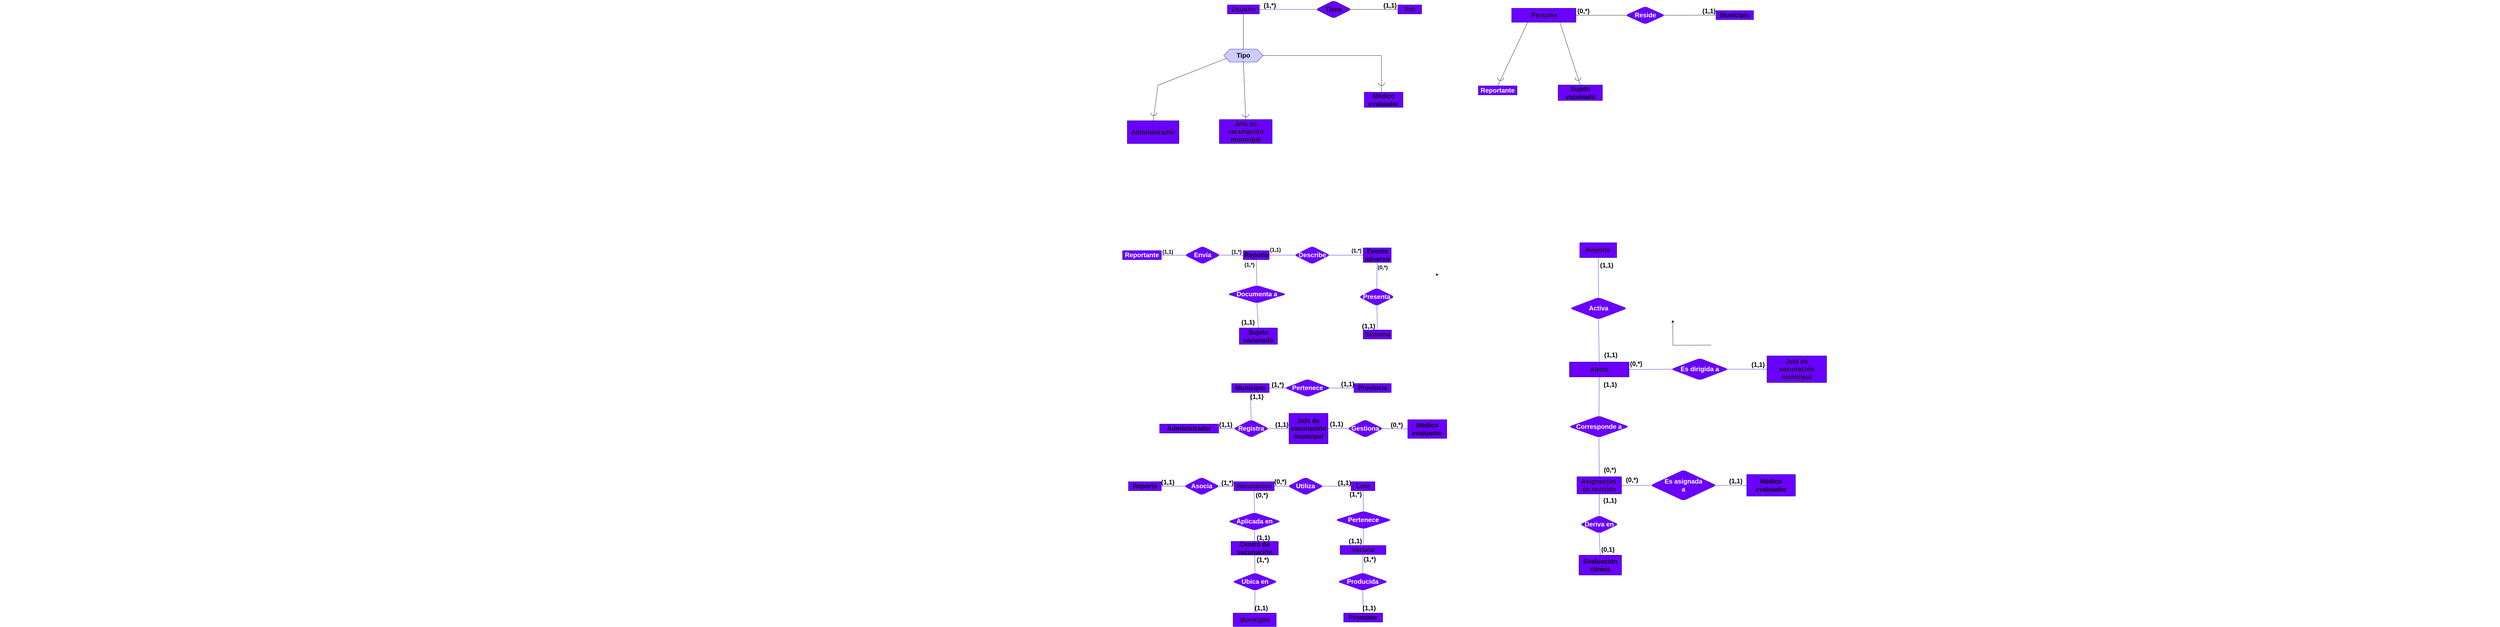
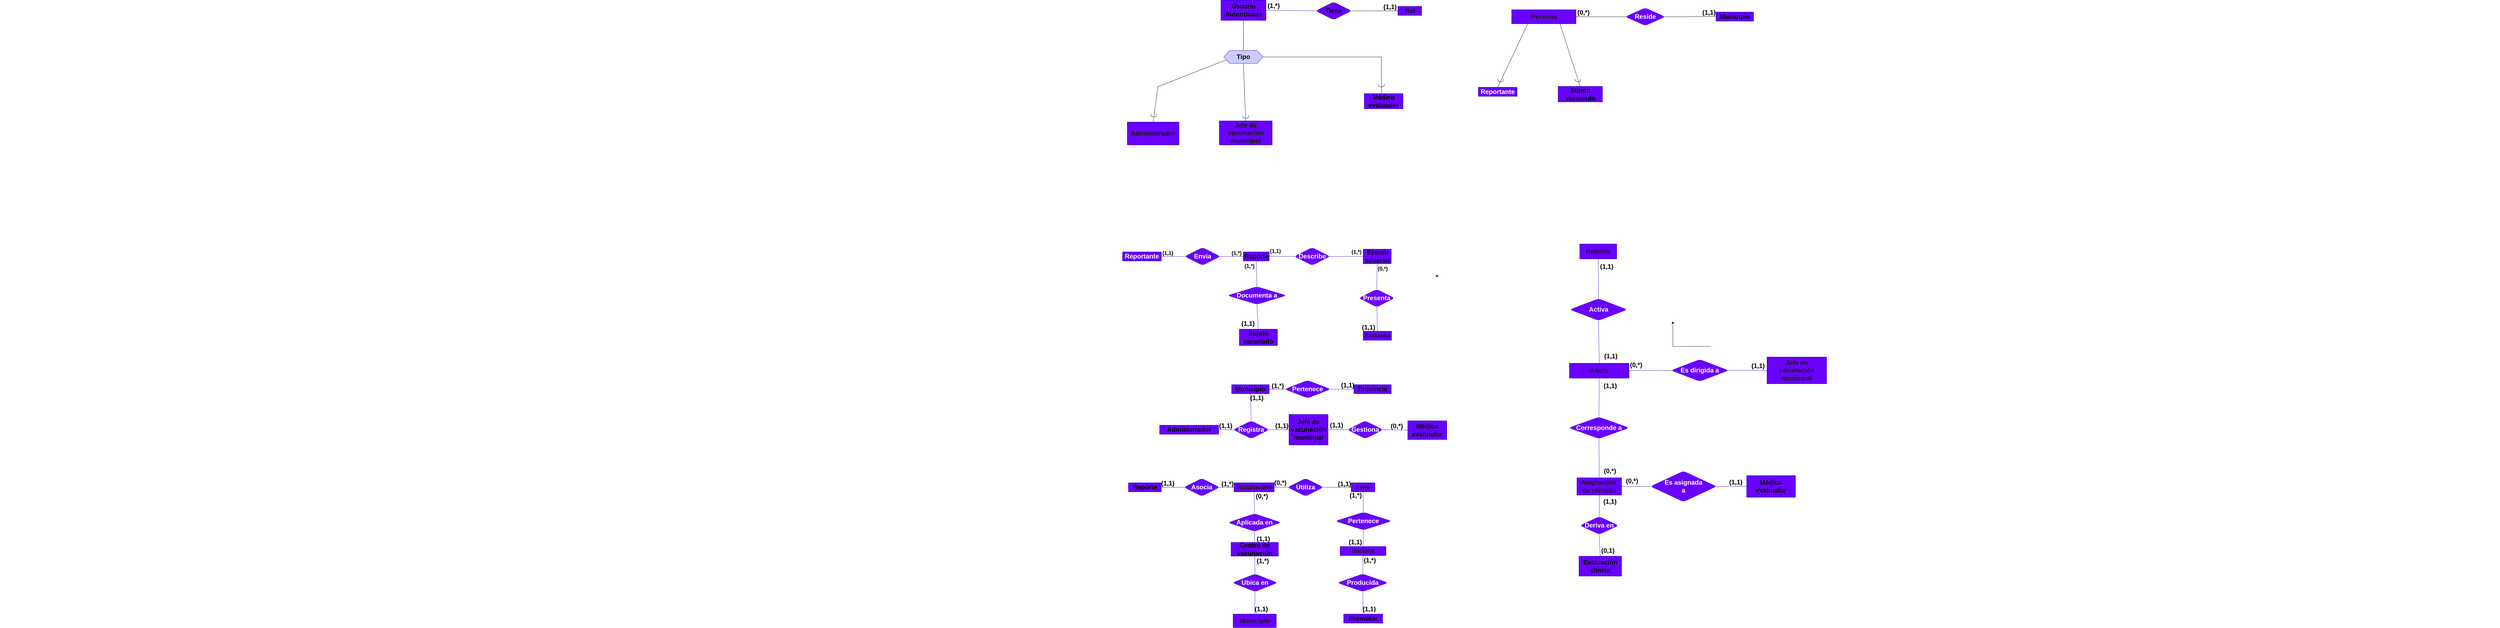
<mxfile host="app.diagrams.net">
  <diagram name="Página-1" id="q4GVCO8UXD6FJ1Z85d76">
-     <mxGraphModel dx="7470" dy="2215" grid="0" gridSize="10" guides="1" tooltips="1" connect="1" arrows="1" fold="1" page="0" pageScale="1" pageWidth="827" pageHeight="1169" background="light-dark(#FFFFFF,#FFFFFF)" math="0" shadow="0">
+     <mxGraphModel dx="4940" dy="567" grid="0" gridSize="10" guides="1" tooltips="1" connect="1" arrows="1" fold="1" page="0" pageScale="1" pageWidth="827" pageHeight="1169" background="light-dark(#FFFFFF,#FFFFFF)" math="0" shadow="0">
      <root>
        <mxCell id="0" />
        <mxCell id="1" parent="0" />
        <mxCell id="ZoV-l5UddqePi2X2jjai-56" edge="1" parent="1" style="curved=1;endArrow=none;html=1;rounded=1;strokeColor=light-dark(#000000,#1A1A1A);align=center;verticalAlign=middle;fontFamily=Helvetica;fontSize=22;fontColor=light-dark(#000000,#1A1A1A);labelBackgroundColor=default;edgeStyle=orthogonalEdgeStyle;endFill=0;" value="">
          <mxGeometry height="50" relative="1" width="50" as="geometry">
            <Array as="points">
              <mxPoint x="83" y="578" />
              <mxPoint x="103" y="578" />
            </Array>
            <mxPoint x="83" y="568" as="sourcePoint" />
            <mxPoint x="103" y="568" as="targetPoint" />
          </mxGeometry>
        </mxCell>
        <mxCell id="ZoV-l5UddqePi2X2jjai-67" edge="1" parent="1" style="curved=1;endArrow=none;html=1;rounded=1;strokeColor=light-dark(#000000,#1A1A1A);align=center;verticalAlign=middle;fontFamily=Helvetica;fontSize=22;fontColor=light-dark(#000000,#1A1A1A);labelBackgroundColor=default;edgeStyle=orthogonalEdgeStyle;endFill=0;" value="">
          <mxGeometry height="50" relative="1" width="50" as="geometry">
            <Array as="points">
              <mxPoint x="395.5" y="583" />
              <mxPoint x="415.5" y="583" />
            </Array>
            <mxPoint x="395.5" y="573" as="sourcePoint" />
            <mxPoint x="415.5" y="573" as="targetPoint" />
          </mxGeometry>
        </mxCell>
        <mxCell id="ZoV-l5UddqePi2X2jjai-68" parent="1" style="shape=partialRectangle;connectable=0;fillColor=none;top=0;left=0;bottom=0;right=0;fontStyle=1;overflow=hidden;whiteSpace=wrap;html=1;rounded=1;strokeColor=light-dark(#000000,#1A1A1A);fontColor=light-dark(#000000,#1A1A1A);fontSize=22;" vertex="1">
          <mxGeometry height="30" width="30" x="707" y="546" as="geometry">
            <mxRectangle height="30" width="30" as="alternateBounds" />
          </mxGeometry>
        </mxCell>
        <mxCell id="ZoV-l5UddqePi2X2jjai-122" edge="1" parent="1" style="curved=1;endArrow=none;html=1;rounded=1;strokeColor=light-dark(#000000,#1A1A1A);align=center;verticalAlign=middle;fontFamily=Helvetica;fontSize=22;fontColor=light-dark(#000000,#1A1A1A);labelBackgroundColor=default;edgeStyle=orthogonalEdgeStyle;endFill=0;" value="">
          <mxGeometry height="50" relative="1" width="50" as="geometry">
            <Array as="points">
              <mxPoint x="857" y="476" />
              <mxPoint x="877" y="476" />
            </Array>
            <mxPoint x="857" y="466" as="sourcePoint" />
            <mxPoint x="877" y="466" as="targetPoint" />
          </mxGeometry>
        </mxCell>
        <mxCell id="ZoV-l5UddqePi2X2jjai-123" parent="1" style="shape=partialRectangle;connectable=0;fillColor=none;top=0;left=0;bottom=0;right=0;fontStyle=1;overflow=hidden;whiteSpace=wrap;html=1;rounded=1;strokeColor=light-dark(#000000,#1A1A1A);fontColor=light-dark(#000000,#1A1A1A);fontSize=22;" vertex="1">
          <mxGeometry height="30" width="30" x="1007" y="546" as="geometry">
            <mxRectangle height="30" width="30" as="alternateBounds" />
          </mxGeometry>
        </mxCell>
        <mxCell id="ZoV-l5UddqePi2X2jjai-124" edge="1" parent="1" source="4O6CcrpGBc0LWCCIvtP0-47" style="edgeStyle=orthogonalEdgeStyle;shape=connector;curved=0;rounded=0;orthogonalLoop=1;jettySize=auto;html=1;strokeColor=light-dark(#000000,#1A1A1A);align=center;verticalAlign=middle;fontFamily=Helvetica;fontSize=22;fontColor=light-dark(#000000,#1A1A1A);labelBackgroundColor=default;endArrow=none;endFill=0;entryX=0.444;entryY=-0.002;entryDx=0;entryDy=0;exitX=1;exitY=0.5;exitDx=0;exitDy=0;entryPerimeter=0;" target="4Orc9EISLNSKvVOdQB4b-1866">
          <mxGeometry relative="1" as="geometry">
            <Array as="points">
              <mxPoint x="867" y="374" />
              <mxPoint x="867" y="499" />
            </Array>
            <mxPoint x="857" y="426" as="sourcePoint" />
            <mxPoint x="867" y="486" as="targetPoint" />
          </mxGeometry>
        </mxCell>
        <mxCell id="ZoV-l5UddqePi2X2jjai-125" edge="1" parent="1" source="ZoV-l5UddqePi2X2jjai-126" style="edgeStyle=none;curved=1;rounded=0;orthogonalLoop=1;jettySize=auto;html=1;entryX=0;entryY=0.5;entryDx=0;entryDy=0;fontSize=12;startSize=8;endSize=8;endArrow=none;endFill=0;exitX=0.95;exitY=0.5;exitDx=0;exitDy=0;exitPerimeter=0;strokeColor=light-dark(#3700CC,#1A1A1A);fillColor=#6a00ff;" target="4Orc9EISLNSKvVOdQB4b-316">
          <mxGeometry relative="1" as="geometry">
            <mxPoint x="396.5" y="1053" as="targetPoint" />
          </mxGeometry>
        </mxCell>
        <mxCell id="ZoV-l5UddqePi2X2jjai-126" parent="1" style="shape=rhombus;perimeter=rhombusPerimeter;whiteSpace=wrap;html=1;align=center;rounded=1;shadow=0;verticalAlign=middle;fontFamily=Helvetica;fontSize=22;fontStyle=1;fillColor=light-dark(#6A00FF,#FFCC99);strokeColor=light-dark(#3700CC,#1A1A1A);points=[[0,0,0,0,0],[0,1,0,0,0],[0.04,0.5,0,0,0],[0.5,0,0,0,0],[0.5,1,0,0,0],[0.96,0.5,0,0,0],[1,0,0,0,0],[1,1,0,0,0]];fontColor=#ffffff;" value="Envía" vertex="1">
          <mxGeometry height="60" width="120" x="198.5" y="1023" as="geometry" />
        </mxCell>
        <mxCell id="ZoV-l5UddqePi2X2jjai-165" edge="1" parent="1" source="4Orc9EISLNSKvVOdQB4b-277" style="edgeStyle=none;curved=1;rounded=0;orthogonalLoop=1;jettySize=auto;html=1;exitX=1;exitY=0.5;exitDx=0;exitDy=0;entryX=0.04;entryY=0.5;entryDx=0;entryDy=0;entryPerimeter=0;fontSize=12;startSize=8;endSize=8;endArrow=none;endFill=0;strokeColor=light-dark(#3700CC,#1A1A1A);fillColor=#6a00ff;" target="ZoV-l5UddqePi2X2jjai-126">
          <mxGeometry relative="1" as="geometry">
            <mxPoint x="120.5" y="1053" as="sourcePoint" />
          </mxGeometry>
        </mxCell>
        <mxCell id="ZoV-l5UddqePi2X2jjai-166" parent="1" style="shape=rhombus;perimeter=rhombusPerimeter;whiteSpace=wrap;html=1;align=center;rounded=1;shadow=0;verticalAlign=middle;fontFamily=Helvetica;fontSize=22;fontStyle=1;fillColor=light-dark(#6A00FF,#FFCC99);strokeColor=light-dark(#3700CC,#1A1A1A);points=[[0,0,0,0,0],[0,1,0,0,0],[0.04,0.5,0,0,0],[0.5,0,0,0,0],[0.5,1,0,0,0],[0.96,0.5,0,0,0],[1,0,0,0,0],[1,1,0,0,0]];fontColor=#ffffff;" value="Describe" vertex="1">
          <mxGeometry height="60" width="120" x="571.5" y="1023" as="geometry" />
        </mxCell>
        <mxCell id="ZoV-l5UddqePi2X2jjai-167" edge="1" parent="1" source="4Orc9EISLNSKvVOdQB4b-316" style="edgeStyle=none;curved=1;rounded=0;orthogonalLoop=1;jettySize=auto;html=1;entryX=0.04;entryY=0.5;entryDx=0;entryDy=0;entryPerimeter=0;fontSize=12;startSize=8;endSize=8;endArrow=none;endFill=0;strokeColor=light-dark(#3700CC,#1A1A1A);fillColor=#6a00ff;exitX=1;exitY=0.5;exitDx=0;exitDy=0;" target="ZoV-l5UddqePi2X2jjai-166">
          <mxGeometry relative="1" as="geometry">
            <mxPoint x="476.5" y="1053" as="sourcePoint" />
          </mxGeometry>
        </mxCell>
        <mxCell id="ZoV-l5UddqePi2X2jjai-187" parent="1" style="shape=rhombus;perimeter=rhombusPerimeter;whiteSpace=wrap;html=1;align=center;rounded=1;shadow=0;verticalAlign=middle;fontFamily=Helvetica;fontSize=22;fontStyle=1;fillColor=light-dark(#6A00FF,#FFCC99);strokeColor=light-dark(#3700CC,#1A1A1A);points=[[0,0,0,0,0],[0,1,0,0,0],[0.04,0.5,0,0,0],[0.5,0,0,0,0],[0.5,1,0,0,0],[0.96,0.5,0,0,0],[1,0,0,0,0],[1,1,0,0,0]];fontColor=#ffffff;" value="Presenta" vertex="1">
          <mxGeometry height="60" width="120" x="791" y="1165" as="geometry" />
        </mxCell>
        <mxCell id="ZoV-l5UddqePi2X2jjai-207" edge="1" parent="1" source="4Orc9EISLNSKvVOdQB4b-375" style="edgeStyle=none;curved=1;rounded=0;orthogonalLoop=1;jettySize=auto;html=1;entryX=0.96;entryY=0.5;entryDx=0;entryDy=0;entryPerimeter=0;fontSize=12;startSize=8;endSize=8;endArrow=none;endFill=0;strokeColor=light-dark(#3700CC,#1A1A1A);fillColor=#6a00ff;exitX=0;exitY=0.5;exitDx=0;exitDy=0;" target="ZoV-l5UddqePi2X2jjai-166">
          <mxGeometry relative="1" as="geometry">
            <mxPoint x="805.5" y="1053" as="sourcePoint" />
          </mxGeometry>
        </mxCell>
        <mxCell id="ZoV-l5UddqePi2X2jjai-208" edge="1" parent="1" source="4Orc9EISLNSKvVOdQB4b-376" style="edgeStyle=none;curved=1;rounded=0;orthogonalLoop=1;jettySize=auto;html=1;entryX=0.506;entryY=0.972;entryDx=0;entryDy=0;entryPerimeter=0;fontSize=22;startSize=8;endSize=8;endArrow=none;endFill=0;strokeColor=light-dark(#3700CC,#1A1A1A);fillColor=#6a00ff;exitX=0.5;exitY=0;exitDx=0;exitDy=0;" target="ZoV-l5UddqePi2X2jjai-187">
          <mxGeometry relative="1" as="geometry">
            <mxPoint x="845.5" y="1308" as="sourcePoint" />
          </mxGeometry>
        </mxCell>
        <mxCell id="ZoV-l5UddqePi2X2jjai-209" parent="1" style="shape=rhombus;perimeter=rhombusPerimeter;whiteSpace=wrap;html=1;align=center;rounded=1;shadow=0;verticalAlign=middle;fontFamily=Helvetica;fontSize=22;fontStyle=1;fillColor=light-dark(#6A00FF,#FFCC99);strokeColor=light-dark(#3700CC,#1A1A1A);points=[[0,0,0,0,0],[0,1,0,0,0],[0.04,0.5,0,0,0],[0.5,0,0,0,0],[0.5,1,0,0,0],[0.96,0.5,0,0,0],[1,0,0,0,0],[1,1,0,0,0]];fontColor=#ffffff;" value="Documenta a" vertex="1">
          <mxGeometry height="60" width="199" x="344" y="1156" as="geometry" />
        </mxCell>
        <mxCell id="ZoV-l5UddqePi2X2jjai-210" edge="1" parent="1" source="4Orc9EISLNSKvVOdQB4b-316" style="edgeStyle=none;curved=1;rounded=0;orthogonalLoop=1;jettySize=auto;html=1;entryX=0.5;entryY=0;entryDx=0;entryDy=0;entryPerimeter=0;fontSize=12;startSize=8;endSize=8;endArrow=none;endFill=0;strokeColor=light-dark(#3700CC,#1A1A1A);fillColor=#6a00ff;exitX=0.5;exitY=1;exitDx=0;exitDy=0;" target="ZoV-l5UddqePi2X2jjai-209">
          <mxGeometry relative="1" as="geometry">
            <mxPoint x="436.5" y="1068" as="sourcePoint" />
          </mxGeometry>
        </mxCell>
        <mxCell id="ZoV-l5UddqePi2X2jjai-230" edge="1" parent="1" source="4Orc9EISLNSKvVOdQB4b-336" style="edgeStyle=none;curved=1;rounded=0;orthogonalLoop=1;jettySize=auto;html=1;entryX=0.5;entryY=1;entryDx=0;entryDy=0;entryPerimeter=0;fontSize=22;startSize=8;endSize=8;endArrow=none;endFill=0;strokeColor=light-dark(#3700CC,#1A1A1A);fillColor=#6a00ff;exitX=0.5;exitY=0;exitDx=0;exitDy=0;" target="ZoV-l5UddqePi2X2jjai-209">
          <mxGeometry relative="1" as="geometry">
            <mxPoint x="436.5" y="1306" as="sourcePoint" />
          </mxGeometry>
        </mxCell>
        <mxCell id="ZoV-l5UddqePi2X2jjai-231" edge="1" parent="1" source="4Orc9EISLNSKvVOdQB4b-375" style="edgeStyle=none;curved=1;rounded=0;orthogonalLoop=1;jettySize=auto;html=1;entryX=0.5;entryY=0;entryDx=0;entryDy=0;entryPerimeter=0;fontSize=12;startSize=8;endSize=8;endArrow=none;endFill=0;strokeColor=light-dark(#3700CC,#1A1A1A);fillColor=#6a00ff;exitX=0.5;exitY=1;exitDx=0;exitDy=0;" target="ZoV-l5UddqePi2X2jjai-187">
          <mxGeometry relative="1" as="geometry">
            <mxPoint x="845.5" y="1068" as="sourcePoint" />
          </mxGeometry>
        </mxCell>
        <mxCell id="ZoV-l5UddqePi2X2jjai-237" parent="1" style="text;html=1;align=center;verticalAlign=middle;resizable=0;points=[];autosize=1;strokeColor=none;fillColor=none;fontFamily=Helvetica;fontSize=22;fontColor=#ffffff;fontStyle=1;" value="&lt;span style=&quot;color: rgba(0, 0, 0, 0); font-family: monospace; font-weight: 400; text-align: start;&quot;&gt;%3CmxGraphModel%3E%3Croot%3E%3CmxCell%20id%3D%220%22%2F%3E%3CmxCell%20id%3D%221%22%20parent%3D%220%22%2F%3E%3CmxCell%20id%3D%222%22%20parent%3D%221%22%20style%3D%22text%3Bhtml%3D1%3Balign%3Dcenter%3BverticalAlign%3Dmiddle%3Bresizable%3D0%3Bpoints%3D%5B%5D%3Bautosize%3D1%3BstrokeColor%3Dnone%3BfillColor%3Dnone%3BfontFamily%3DHelvetica%3BfontSize%3D18%3BfontColor%3Dlight-dark(%23000000%2C%231A1A1A)%3BfontStyle%3D1%3Brounded%3D1%3B%22%20value%3D%22(1%2C1)%22%20vertex%3D%221%22%3E%3CmxGeometry%20height%3D%2234%22%20width%3D%2255%22%20x%3D%22911%22%20y%3D%22358%22%20as%3D%22geometry%22%2F%3E%3C%2FmxCell%3E%3C%2Froot%3E%3C%2FmxGraphModel%3E&lt;/span&gt;" vertex="1">
          <mxGeometry height="39" width="7783" x="-3472" y="1276" as="geometry" />
        </mxCell>
        <mxCell id="4Orc9EISLNSKvVOdQB4b-1416" edge="1" parent="1" style="edgeStyle=orthogonalEdgeStyle;rounded=0;orthogonalLoop=1;jettySize=auto;html=1;fontSize=22;" value="">
          <mxGeometry relative="1" as="geometry">
            <mxPoint x="1989" y="1359" as="sourcePoint" />
            <mxPoint x="1858.1428571428578" y="1273.9071428571424" as="targetPoint" />
          </mxGeometry>
        </mxCell>
        <mxCell id="4Orc9EISLNSKvVOdQB4b-32" parent="1" style="shape=rhombus;perimeter=rhombusPerimeter;whiteSpace=wrap;html=1;align=center;rounded=1;shadow=0;verticalAlign=middle;fontFamily=Helvetica;fontSize=22;fontStyle=1;fillColor=light-dark(#6A00FF,#FFCC99);strokeColor=light-dark(#3700CC,#1A1A1A);points=[[0,0,0,0,0],[0,1,0,0,0],[0.04,0.5,0,0,0],[0.5,0,0,0,0],[0.5,1,0,0,0],[0.96,0.5,0,0,0],[1,0,0,0,0],[1,1,0,0,0]];fontColor=#ffffff;" value="Activa" vertex="1">
          <mxGeometry height="74" width="194" x="1508.5" y="1197" as="geometry" />
        </mxCell>
        <mxCell id="4Orc9EISLNSKvVOdQB4b-272" parent="1" style="shape=rhombus;perimeter=rhombusPerimeter;whiteSpace=wrap;html=1;align=center;rounded=1;shadow=0;verticalAlign=middle;fontFamily=Helvetica;fontSize=22;fontStyle=1;fillColor=light-dark(#6A00FF,#FFCC99);strokeColor=light-dark(#3700CC,#1A1A1A);points=[[0,0,0,0,0],[0,1,0,0,0],[0.04,0.5,0,0,0],[0.5,0,0,0,0],[0.5,1,0,0,0],[0.96,0.5,0,0,0],[1,0,0,0,0],[1,1,0,0,0]];fontColor=#ffffff;" value="Corresponde a" vertex="1">
          <mxGeometry height="73" width="204" x="1505" y="1600" as="geometry" />
        </mxCell>
        <mxCell id="4Orc9EISLNSKvVOdQB4b-277" parent="1" style="rounded=0;whiteSpace=wrap;html=1;fillColor=light-dark(#6A00FF,#99FFFF);strokeColor=light-dark(#3700CC,#1A1A1A);strokeWidth=2;fontStyle=1;fontColor=light-dark(#FFFFFF,#1A1A1A);fontSize=22;" value="&lt;font&gt;Reportante&lt;/font&gt;" vertex="1">
          <mxGeometry height="30" width="131" x="-13" y="1038" as="geometry" />
        </mxCell>
        <mxCell id="4Orc9EISLNSKvVOdQB4b-316" parent="1" style="rounded=0;whiteSpace=wrap;html=1;fillColor=light-dark(#6A00FF,#99FFFF);strokeColor=light-dark(#3700CC,#1A1A1A);strokeWidth=2;fontStyle=1;fontSize=22;" value="&lt;font style=&quot;color: light-dark(rgb(0, 0, 0), rgb(26, 26, 26));&quot;&gt;Reporte&lt;/font&gt;" vertex="1">
          <mxGeometry height="30" width="87.5" x="397.5" y="1038" as="geometry" />
        </mxCell>
        <mxCell id="4Orc9EISLNSKvVOdQB4b-336" parent="1" style="rounded=0;whiteSpace=wrap;html=1;fillColor=light-dark(#6A00FF,#99FFFF);strokeColor=light-dark(#3700CC,#1A1A1A);strokeWidth=2;fontStyle=1;fontColor=light-dark(#000000,#1A1A1A);fontSize=22;" value="Sujeto vacunado" vertex="1">
          <mxGeometry height="55" width="129" x="384" y="1301" as="geometry" />
        </mxCell>
        <mxCell id="4Orc9EISLNSKvVOdQB4b-375" parent="1" style="rounded=0;whiteSpace=wrap;html=1;fillColor=light-dark(#6A00FF,#99FFFF);strokeColor=light-dark(#3700CC,#1A1A1A);strokeWidth=2;fontStyle=1;fontSize=22;" value="&lt;font style=&quot;color: light-dark(rgb(0, 0, 0), rgb(26, 26, 26));&quot;&gt;Evento&lt;/font&gt;&lt;div&gt;&lt;font style=&quot;color: light-dark(rgb(0, 0, 0), rgb(26, 26, 26));&quot;&gt;adverso&lt;/font&gt;&lt;/div&gt;" vertex="1">
          <mxGeometry height="49" width="94.5" x="805.5" y="1028.5" as="geometry" />
        </mxCell>
        <mxCell id="4Orc9EISLNSKvVOdQB4b-376" parent="1" style="rounded=0;whiteSpace=wrap;html=1;fillColor=light-dark(#6A00FF,#99FFFF);strokeColor=light-dark(#3700CC,#1A1A1A);strokeWidth=2;fontStyle=1;fontSize=22;" value="&lt;font style=&quot;color: light-dark(rgb(26, 26, 26), rgb(26, 26, 26));&quot;&gt;Síntoma&lt;/font&gt;" vertex="1">
          <mxGeometry height="30" width="95.5" x="805.5" y="1308" as="geometry" />
        </mxCell>
        <mxCell id="4Orc9EISLNSKvVOdQB4b-1113" parent="1" style="rounded=0;whiteSpace=wrap;html=1;fillColor=light-dark(#6A00FF,#99FFFF);strokeColor=light-dark(#3700CC,#1A1A1A);strokeWidth=2;fontStyle=1;fontSize=22;" value="&lt;font style=&quot;color: light-dark(rgb(0, 0, 0), rgb(26, 26, 26));&quot;&gt;Reporte&lt;/font&gt;" vertex="1">
          <mxGeometry height="30" width="111" x="7" y="1824" as="geometry" />
        </mxCell>
        <mxCell id="4Orc9EISLNSKvVOdQB4b-1298" parent="1" style="shape=rhombus;perimeter=rhombusPerimeter;whiteSpace=wrap;html=1;align=center;rounded=1;shadow=0;verticalAlign=middle;fontFamily=Helvetica;fontSize=22;fontStyle=1;fillColor=light-dark(#6A00FF,#FFCC99);strokeColor=light-dark(#3700CC,#1A1A1A);points=[[0,0,0,0,0],[0,1,0,0,0],[0.04,0.5,0,0,0],[0.5,0,0,0,0],[0.5,1,0,0,0],[0.96,0.5,0,0,0],[1,0,0,0,0],[1,1,0,0,0]];fontColor=#ffffff;" value="Asocia" vertex="1">
          <mxGeometry height="60" width="120" x="196" y="1809" as="geometry" />
        </mxCell>
        <mxCell id="4Orc9EISLNSKvVOdQB4b-1299" parent="1" style="rounded=0;whiteSpace=wrap;html=1;fillColor=light-dark(#6A00FF,#99FFFF);strokeColor=light-dark(#3700CC,#1A1A1A);strokeWidth=2;fontStyle=1;fontSize=22;" value="&lt;font style=&quot;color: light-dark(rgb(26, 26, 26), rgb(26, 26, 26));&quot;&gt;Vacunación&lt;/font&gt;" vertex="1">
          <mxGeometry height="30" width="136" x="366" y="1824" as="geometry" />
        </mxCell>
        <mxCell id="4Orc9EISLNSKvVOdQB4b-1300" edge="1" parent="1" source="4Orc9EISLNSKvVOdQB4b-1113" style="edgeStyle=none;curved=1;rounded=0;orthogonalLoop=1;jettySize=auto;html=1;exitX=1;exitY=0.5;exitDx=0;exitDy=0;entryX=0.04;entryY=0.5;entryDx=0;entryDy=0;entryPerimeter=0;fontSize=22;startSize=8;endSize=8;endArrow=none;endFill=0;strokeColor=light-dark(#3700CC,#1A1A1A);fillColor=#6a00ff;" target="4Orc9EISLNSKvVOdQB4b-1298">
          <mxGeometry relative="1" as="geometry">
            <mxPoint x="171" y="1411" as="sourcePoint" />
            <mxPoint x="256" y="1411" as="targetPoint" />
          </mxGeometry>
        </mxCell>
        <mxCell id="4Orc9EISLNSKvVOdQB4b-1301" edge="1" parent="1" source="4Orc9EISLNSKvVOdQB4b-1298" style="edgeStyle=none;curved=1;rounded=0;orthogonalLoop=1;jettySize=auto;html=1;exitX=0.96;exitY=0.5;exitDx=0;exitDy=0;fontSize=22;startSize=8;endSize=8;endArrow=none;endFill=0;strokeColor=light-dark(#3700CC,#1A1A1A);fillColor=#6a00ff;exitPerimeter=0;entryX=0;entryY=0.5;entryDx=0;entryDy=0;" target="4Orc9EISLNSKvVOdQB4b-1299">
          <mxGeometry relative="1" as="geometry">
            <mxPoint x="328" y="1845" as="sourcePoint" />
            <mxPoint x="397" y="1843" as="targetPoint" />
          </mxGeometry>
        </mxCell>
        <mxCell id="4Orc9EISLNSKvVOdQB4b-1302" parent="1" style="shape=rhombus;perimeter=rhombusPerimeter;whiteSpace=wrap;html=1;align=center;rounded=1;shadow=0;verticalAlign=middle;fontFamily=Helvetica;fontSize=22;fontStyle=1;fillColor=light-dark(#6A00FF,#FFCC99);strokeColor=light-dark(#3700CC,#1A1A1A);points=[[0,0,0,0,0],[0,1,0,0,0],[0.04,0.5,0,0,0],[0.5,0,0,0,0],[0.5,1,0,0,0],[0.96,0.5,0,0,0],[1,0,0,0,0],[1,1,0,0,0]];fontColor=#ffffff;" value="Utiliza" vertex="1">
          <mxGeometry height="60" width="120" x="549" y="1809" as="geometry" />
        </mxCell>
        <mxCell id="4Orc9EISLNSKvVOdQB4b-1303" edge="1" parent="1" source="4Orc9EISLNSKvVOdQB4b-1299" style="edgeStyle=none;curved=1;rounded=0;orthogonalLoop=1;jettySize=auto;html=1;fontSize=22;startSize=8;endSize=8;endArrow=none;endFill=0;strokeColor=light-dark(#3700CC,#1A1A1A);fillColor=#6a00ff;entryX=0.04;entryY=0.5;entryDx=0;entryDy=0;entryPerimeter=0;exitX=1;exitY=0.5;exitDx=0;exitDy=0;" target="4Orc9EISLNSKvVOdQB4b-1302">
          <mxGeometry relative="1" as="geometry">
            <mxPoint x="480" y="1841" as="sourcePoint" />
            <mxPoint x="425" y="1834" as="targetPoint" />
          </mxGeometry>
        </mxCell>
        <mxCell id="4Orc9EISLNSKvVOdQB4b-1323" parent="1" style="rounded=0;whiteSpace=wrap;html=1;fillColor=light-dark(#6A00FF,#99FFFF);strokeColor=light-dark(#3700CC,#1A1A1A);strokeWidth=2;fontStyle=1;fontSize=22;" value="&lt;font style=&quot;color: light-dark(rgb(26, 26, 26), rgb(26, 26, 26));&quot;&gt;Lote&lt;/font&gt;" vertex="1">
          <mxGeometry height="30" width="80" x="764.5" y="1824" as="geometry" />
        </mxCell>
        <mxCell id="4Orc9EISLNSKvVOdQB4b-1324" edge="1" parent="1" source="4Orc9EISLNSKvVOdQB4b-1302" style="edgeStyle=none;curved=1;rounded=0;orthogonalLoop=1;jettySize=auto;html=1;fontSize=22;startSize=8;endSize=8;endArrow=none;endFill=0;strokeColor=light-dark(#3700CC,#1A1A1A);fillColor=#6a00ff;entryX=0;entryY=0.5;entryDx=0;entryDy=0;exitX=0.96;exitY=0.5;exitDx=0;exitDy=0;exitPerimeter=0;" target="4Orc9EISLNSKvVOdQB4b-1323">
          <mxGeometry relative="1" as="geometry">
            <mxPoint x="490" y="1831" as="sourcePoint" />
            <mxPoint x="568" y="1831" as="targetPoint" />
          </mxGeometry>
        </mxCell>
        <mxCell id="4Orc9EISLNSKvVOdQB4b-1325" parent="1" style="shape=rhombus;perimeter=rhombusPerimeter;whiteSpace=wrap;html=1;align=center;rounded=1;shadow=0;verticalAlign=middle;fontFamily=Helvetica;fontSize=22;fontStyle=1;fillColor=light-dark(#6A00FF,#FFCC99);strokeColor=light-dark(#3700CC,#1A1A1A);points=[[0,0,0,0,0],[0,1,0,0,0],[0.04,0.5,0,0,0],[0.5,0,0,0,0],[0.5,1,0,0,0],[0.96,0.5,0,0,0],[1,0,0,0,0],[1,1,0,0,0]];fontColor=#ffffff;" value="Aplicada en" vertex="1">
          <mxGeometry height="60" width="179" x="346" y="1929" as="geometry" />
        </mxCell>
        <mxCell id="4Orc9EISLNSKvVOdQB4b-1326" edge="1" parent="1" source="4Orc9EISLNSKvVOdQB4b-1299" style="edgeStyle=none;curved=1;rounded=0;orthogonalLoop=1;jettySize=auto;html=1;fontSize=22;startSize=8;endSize=8;endArrow=none;endFill=0;entryX=0.5;entryY=0;entryDx=0;entryDy=0;entryPerimeter=0;exitX=0.5;exitY=1;exitDx=0;exitDy=0;strokeColor=light-dark(#3700CC,#1A1A1A);fillColor=#6a00ff;" target="4Orc9EISLNSKvVOdQB4b-1325">
          <mxGeometry relative="1" as="geometry">
            <mxPoint x="-44" y="2181" as="sourcePoint" />
            <mxPoint x="-44" y="2246" as="targetPoint" />
          </mxGeometry>
        </mxCell>
        <mxCell id="4Orc9EISLNSKvVOdQB4b-1350" parent="1" style="rounded=0;whiteSpace=wrap;html=1;fillColor=light-dark(#6A00FF,#99FFFF);strokeColor=light-dark(#3700CC,#1A1A1A);strokeWidth=2;fontStyle=1;fontColor=light-dark(#000000,#1A1A1A);fontSize=22;" value="&lt;font&gt;Centro de&lt;/font&gt;&lt;div&gt;&lt;font&gt;vacunación&lt;/font&gt;&lt;/div&gt;" vertex="1">
          <mxGeometry height="46" width="160" x="356" y="2027" as="geometry" />
        </mxCell>
        <mxCell id="4Orc9EISLNSKvVOdQB4b-1351" edge="1" parent="1" source="4Orc9EISLNSKvVOdQB4b-1325" style="edgeStyle=none;curved=1;rounded=0;orthogonalLoop=1;jettySize=auto;html=1;fontSize=22;startSize=8;endSize=8;endArrow=none;endFill=0;entryX=0.5;entryY=0;entryDx=0;entryDy=0;exitX=0.5;exitY=1;exitDx=0;exitDy=0;strokeColor=light-dark(#3700CC,#1A1A1A);fillColor=#6a00ff;exitPerimeter=0;fontColor=light-dark(#000000,#1A1A1A);" target="4Orc9EISLNSKvVOdQB4b-1350">
          <mxGeometry relative="1" as="geometry">
            <mxPoint x="430" y="1883" as="sourcePoint" />
            <mxPoint x="430" y="1958" as="targetPoint" />
          </mxGeometry>
        </mxCell>
        <mxCell id="4Orc9EISLNSKvVOdQB4b-1352" parent="1" style="shape=rhombus;perimeter=rhombusPerimeter;whiteSpace=wrap;html=1;align=center;rounded=1;shadow=0;verticalAlign=middle;fontFamily=Helvetica;fontSize=22;fontStyle=1;fillColor=light-dark(#6A00FF,#FFCC99);strokeColor=light-dark(#3700CC,#1A1A1A);points=[[0,0,0,0,0],[0,1,0,0,0],[0.04,0.5,0,0,0],[0.5,0,0,0,0],[0.5,1,0,0,0],[0.96,0.5,0,0,0],[1,0,0,0,0],[1,1,0,0,0]];fontColor=#ffffff;" value="Ubica en" vertex="1">
          <mxGeometry height="60" width="152" x="361" y="2134" as="geometry" />
        </mxCell>
        <mxCell id="4Orc9EISLNSKvVOdQB4b-1353" parent="1" style="shape=rhombus;perimeter=rhombusPerimeter;whiteSpace=wrap;html=1;align=center;rounded=1;shadow=0;verticalAlign=middle;fontFamily=Helvetica;fontSize=22;fontStyle=1;fillColor=light-dark(#6A00FF,#FFCC99);strokeColor=light-dark(#3700CC,#1A1A1A);points=[[0,0,0,0,0],[0,1,0,0,0],[0.04,0.5,0,0,0],[0.5,0,0,0,0],[0.5,1,0,0,0],[0.96,0.5,0,0,0],[1,0,0,0,0],[1,1,0,0,0]];fontColor=#ffffff;" value="Pertenece" vertex="1">
          <mxGeometry height="60" width="190" x="711" y="1924" as="geometry" />
        </mxCell>
        <mxCell id="4Orc9EISLNSKvVOdQB4b-1392" parent="1" style="shape=rhombus;perimeter=rhombusPerimeter;whiteSpace=wrap;html=1;align=center;rounded=1;shadow=0;verticalAlign=middle;fontFamily=Helvetica;fontSize=22;fontStyle=1;fillColor=light-dark(#6A00FF,#FFCC99);strokeColor=light-dark(#3700CC,#1A1A1A);points=[[0,0,0,0,0],[0,1,0,0,0],[0.04,0.5,0,0,0],[0.5,0,0,0,0],[0.5,1,0,0,0],[0.96,0.5,0,0,0],[1,0,0,0,0],[1,1,0,0,0]];fontColor=#ffffff;" value="Producida" vertex="1">
          <mxGeometry height="60" width="171" x="718" y="2134" as="geometry" />
        </mxCell>
        <mxCell id="4Orc9EISLNSKvVOdQB4b-1393" edge="1" parent="1" source="4Orc9EISLNSKvVOdQB4b-1411" style="edgeStyle=none;curved=1;rounded=0;orthogonalLoop=1;jettySize=auto;html=1;entryX=0.5;entryY=1;entryDx=0;entryDy=0;entryPerimeter=0;fontSize=22;startSize=8;endSize=8;endArrow=none;endFill=0;exitX=0.5;exitY=0;exitDx=0;exitDy=0;strokeColor=light-dark(#3700CC,#1A1A1A);fillColor=#6a00ff;" target="4Orc9EISLNSKvVOdQB4b-1353">
          <mxGeometry relative="1" as="geometry">
            <mxPoint x="804.5" y="2043" as="sourcePoint" />
            <mxPoint x="871" y="2158" as="targetPoint" />
          </mxGeometry>
        </mxCell>
        <mxCell id="4Orc9EISLNSKvVOdQB4b-1397" edge="1" parent="1" source="4Orc9EISLNSKvVOdQB4b-1353" style="edgeStyle=none;curved=1;rounded=0;orthogonalLoop=1;jettySize=auto;html=1;entryX=0.5;entryY=1;entryDx=0;entryDy=0;fontSize=22;startSize=8;endSize=8;endArrow=none;endFill=0;strokeColor=light-dark(#3700CC,#1A1A1A);fillColor=#6a00ff;exitX=0.5;exitY=0;exitDx=0;exitDy=0;exitPerimeter=0;" target="4Orc9EISLNSKvVOdQB4b-1323">
          <mxGeometry relative="1" as="geometry">
            <mxPoint x="805" y="1926" as="sourcePoint" />
            <mxPoint x="791" y="2002" as="targetPoint" />
          </mxGeometry>
        </mxCell>
        <mxCell id="4Orc9EISLNSKvVOdQB4b-1399" edge="1" parent="1" source="4Orc9EISLNSKvVOdQB4b-1392" style="edgeStyle=none;curved=1;rounded=0;orthogonalLoop=1;jettySize=auto;html=1;entryX=0.5;entryY=1;entryDx=0;entryDy=0;fontSize=22;startSize=8;endSize=8;endArrow=none;endFill=0;exitX=0.5;exitY=0;exitDx=0;exitDy=0;strokeColor=light-dark(#3700CC,#1A1A1A);fillColor=#6a00ff;exitPerimeter=0;" target="4Orc9EISLNSKvVOdQB4b-1411">
          <mxGeometry relative="1" as="geometry">
            <mxPoint x="801" y="2062" as="sourcePoint" />
            <mxPoint x="804.5" y="2073" as="targetPoint" />
          </mxGeometry>
        </mxCell>
        <mxCell id="4Orc9EISLNSKvVOdQB4b-1400" edge="1" parent="1" source="4Orc9EISLNSKvVOdQB4b-1412" style="edgeStyle=none;curved=1;rounded=0;orthogonalLoop=1;jettySize=auto;html=1;entryX=0.5;entryY=1;entryDx=0;entryDy=0;entryPerimeter=0;fontSize=22;startSize=8;endSize=8;endArrow=none;endFill=0;exitX=0.5;exitY=0;exitDx=0;exitDy=0;strokeColor=light-dark(#3700CC,#1A1A1A);fillColor=#6a00ff;fontColor=light-dark(#000000,#1A1A1A);" target="4Orc9EISLNSKvVOdQB4b-1392">
          <mxGeometry relative="1" as="geometry">
            <mxPoint x="804.5000000000002" y="2268" as="sourcePoint" />
            <mxPoint x="801" y="2237" as="targetPoint" />
          </mxGeometry>
        </mxCell>
        <mxCell id="4Orc9EISLNSKvVOdQB4b-1411" parent="1" style="rounded=0;whiteSpace=wrap;html=1;fillColor=light-dark(#6A00FF,#99FFFF);strokeColor=light-dark(#3700CC,#1A1A1A);strokeWidth=2;fontStyle=1;fontSize=22;" value="&lt;font style=&quot;color: light-dark(rgb(26, 26, 26), rgb(26, 26, 26));&quot;&gt;Vacuna&lt;/font&gt;" vertex="1">
          <mxGeometry height="30" width="155" x="727" y="2041" as="geometry" />
        </mxCell>
        <mxCell id="4Orc9EISLNSKvVOdQB4b-1412" parent="1" style="rounded=0;whiteSpace=wrap;html=1;fillColor=light-dark(#6A00FF,#99FFFF);strokeColor=light-dark(#3700CC,#1A1A1A);strokeWidth=2;fontStyle=1;fontColor=light-dark(#000000,#1A1A1A);fontSize=22;" value="&lt;font&gt;Promotor&lt;/font&gt;" vertex="1">
          <mxGeometry height="30" width="132" x="739" y="2271" as="geometry" />
        </mxCell>
        <mxCell id="4Orc9EISLNSKvVOdQB4b-1413" edge="1" parent="1" source="4Orc9EISLNSKvVOdQB4b-1350" style="edgeStyle=none;curved=1;rounded=0;orthogonalLoop=1;jettySize=auto;html=1;fontSize=22;startSize=8;endSize=8;endArrow=none;endFill=0;entryX=0.5;entryY=0;entryDx=0;entryDy=0;exitX=0.5;exitY=1;exitDx=0;exitDy=0;strokeColor=light-dark(#3700CC,#1A1A1A);fillColor=#6a00ff;entryPerimeter=0;fontColor=light-dark(#000000,#1A1A1A);" target="4Orc9EISLNSKvVOdQB4b-1352">
          <mxGeometry relative="1" as="geometry">
            <mxPoint x="429" y="2004" as="sourcePoint" />
            <mxPoint x="429" y="2058" as="targetPoint" />
          </mxGeometry>
        </mxCell>
        <mxCell id="4Orc9EISLNSKvVOdQB4b-1414" edge="1" parent="1" source="4Orc9EISLNSKvVOdQB4b-1352" style="edgeStyle=none;curved=1;rounded=0;orthogonalLoop=1;jettySize=auto;html=1;fontSize=22;startSize=8;endSize=8;endArrow=none;endFill=0;exitX=0.5;exitY=1;exitDx=0;exitDy=0;strokeColor=light-dark(#3700CC,#1A1A1A);fillColor=#6a00ff;exitPerimeter=0;entryX=0.5;entryY=0;entryDx=0;entryDy=0;" target="4Orc9EISLNSKvVOdQB4b-1415">
          <mxGeometry relative="1" as="geometry">
            <mxPoint x="445" y="2231" as="sourcePoint" />
            <mxPoint x="416" y="2254" as="targetPoint" />
          </mxGeometry>
        </mxCell>
        <mxCell id="4Orc9EISLNSKvVOdQB4b-1415" parent="1" style="rounded=0;whiteSpace=wrap;html=1;fillColor=light-dark(#6A00FF,#99FFFF);strokeColor=light-dark(#3700CC,#1A1A1A);strokeWidth=2;fontStyle=1;fontSize=22;" value="&lt;font style=&quot;color: light-dark(rgb(26, 26, 26), rgb(26, 26, 26));&quot;&gt;Municipio&lt;/font&gt;" vertex="1">
          <mxGeometry height="45" width="146" x="363" y="2271" as="geometry" />
        </mxCell>
        <mxCell id="4Orc9EISLNSKvVOdQB4b-1551" parent="1" style="rounded=0;whiteSpace=wrap;html=1;fillColor=light-dark(#6A00FF,#99FFFF);strokeColor=light-dark(#3700CC,#1A1A1A);strokeWidth=2;fontStyle=1;fontSize=22;" value="&lt;font style=&quot;color: light-dark(rgb(26, 26, 26), rgb(26, 26, 26));&quot;&gt;Reporte&lt;/font&gt;" vertex="1">
          <mxGeometry height="50" width="125" x="1542" y="1011" as="geometry" />
        </mxCell>
        <mxCell id="4Orc9EISLNSKvVOdQB4b-1553" parent="1" style="rounded=0;whiteSpace=wrap;html=1;fillColor=light-dark(#6A00FF,#99FFFF);strokeColor=light-dark(#3700CC,#1A1A1A);strokeWidth=2;fontStyle=1;fontSize=22;" value="&lt;font style=&quot;color: light-dark(rgb(26, 26, 26), rgb(26, 26, 26));&quot;&gt;Alerta&lt;/font&gt;" vertex="1">
          <mxGeometry height="50" width="202" x="1507" y="1417" as="geometry" />
        </mxCell>
        <mxCell id="4Orc9EISLNSKvVOdQB4b-1554" parent="1" style="rounded=0;whiteSpace=wrap;html=1;fillColor=light-dark(#6A00FF,#99FFFF);strokeColor=light-dark(#3700CC,#1A1A1A);strokeWidth=2;fontStyle=1;fontSize=22;" value="&lt;font style=&quot;color: light-dark(rgb(26, 26, 26), rgb(26, 26, 26));&quot;&gt;Asignación&amp;nbsp;&lt;/font&gt;&lt;div&gt;&lt;font style=&quot;color: light-dark(rgb(26, 26, 26), rgb(26, 26, 26));&quot;&gt;de revisión&lt;/font&gt;&lt;/div&gt;" vertex="1">
          <mxGeometry height="58" width="151" x="1532.5" y="1807" as="geometry" />
        </mxCell>
        <mxCell id="4Orc9EISLNSKvVOdQB4b-1555" parent="1" style="rounded=0;whiteSpace=wrap;html=1;fillColor=light-dark(#6A00FF,#99FFFF);strokeColor=light-dark(#3700CC,#1A1A1A);strokeWidth=2;fontStyle=1;fontSize=22;" value="&lt;font style=&quot;color: light-dark(rgb(0, 0, 0), rgb(26, 26, 26));&quot;&gt;Médico&lt;/font&gt;&lt;div&gt;&lt;font style=&quot;color: light-dark(rgb(0, 0, 0), rgb(26, 26, 26));&quot;&gt;evaluador&lt;/font&gt;&lt;/div&gt;" vertex="1">
          <mxGeometry height="73" width="165" x="2110" y="1799.5" as="geometry" />
        </mxCell>
        <mxCell id="4Orc9EISLNSKvVOdQB4b-1556" parent="1" style="rounded=0;whiteSpace=wrap;html=1;fillColor=light-dark(#6A00FF,#99FFFF);strokeColor=light-dark(#3700CC,#1A1A1A);strokeWidth=2;fontStyle=1;fontColor=light-dark(#000000,#1A1A1A);fontSize=22;" value="&lt;font&gt;Evaluación&lt;/font&gt;&lt;div&gt;&lt;font&gt;clínica&lt;/font&gt;&lt;/div&gt;" vertex="1">
          <mxGeometry height="67" width="144" x="1539.5" y="2074" as="geometry" />
        </mxCell>
        <mxCell id="4Orc9EISLNSKvVOdQB4b-1557" parent="1" style="shape=rhombus;perimeter=rhombusPerimeter;whiteSpace=wrap;html=1;align=center;rounded=1;shadow=0;verticalAlign=middle;fontFamily=Helvetica;fontSize=22;fontStyle=1;fillColor=light-dark(#6A00FF,#FFCC99);strokeColor=light-dark(#3700CC,#1A1A1A);points=[[0,0,0,0,0],[0,1,0,0,0],[0.04,0.5,0,0,0],[0.5,0,0,0,0],[0.5,1,0,0,0],[0.96,0.5,0,0,0],[1,0,0,0,0],[1,1,0,0,0]];fontColor=#ffffff;" value="Es asignada&lt;div&gt;a&lt;/div&gt;" vertex="1">
          <mxGeometry height="104" width="223" x="1783" y="1784" as="geometry" />
        </mxCell>
        <mxCell id="4Orc9EISLNSKvVOdQB4b-1577" parent="1" style="shape=rhombus;perimeter=rhombusPerimeter;whiteSpace=wrap;html=1;align=center;rounded=1;shadow=0;verticalAlign=middle;fontFamily=Helvetica;fontSize=22;fontStyle=1;fillColor=light-dark(#6A00FF,#FFCC99);strokeColor=light-dark(#3700CC,#1A1A1A);points=[[0,0,0,0,0],[0,1,0,0,0],[0.04,0.5,0,0,0],[0.5,0,0,0,0],[0.5,1,0,0,0],[0.96,0.5,0,0,0],[1,0,0,0,0],[1,1,0,0,0]];fontColor=#ffffff;" value="Deriva en" vertex="1">
          <mxGeometry height="60" width="130" x="1543" y="1939" as="geometry" />
        </mxCell>
        <mxCell id="4Orc9EISLNSKvVOdQB4b-1579" edge="1" parent="1" source="4Orc9EISLNSKvVOdQB4b-1551" style="endArrow=none;html=1;rounded=0;exitX=0.5;exitY=1;exitDx=0;exitDy=0;strokeColor=light-dark(#3700CC,#1A1A1A);fillColor=#6a00ff;entryX=0.5;entryY=0;entryDx=0;entryDy=0;entryPerimeter=0;fontSize=22;" target="4Orc9EISLNSKvVOdQB4b-32" value="">
          <mxGeometry height="50" relative="1" width="50" as="geometry">
            <mxPoint x="1604" y="1366" as="sourcePoint" />
            <mxPoint x="1605.999999999999" y="1147" as="targetPoint" />
          </mxGeometry>
        </mxCell>
        <mxCell id="4Orc9EISLNSKvVOdQB4b-1581" edge="1" parent="1" source="4Orc9EISLNSKvVOdQB4b-272" style="endArrow=none;html=1;rounded=0;exitX=0.5;exitY=1;exitDx=0;exitDy=0;entryX=0.5;entryY=0;entryDx=0;entryDy=0;strokeColor=light-dark(#3700CC,#1A1A1A);fillColor=#6a00ff;exitPerimeter=0;fontSize=22;" target="4Orc9EISLNSKvVOdQB4b-1554" value="">
          <mxGeometry height="50" relative="1" width="50" as="geometry">
            <mxPoint x="1616" y="1761" as="sourcePoint" />
            <mxPoint x="1616" y="1873" as="targetPoint" />
          </mxGeometry>
        </mxCell>
        <mxCell id="4Orc9EISLNSKvVOdQB4b-1582" edge="1" parent="1" source="4Orc9EISLNSKvVOdQB4b-1554" style="endArrow=none;html=1;rounded=0;exitX=0.5;exitY=1;exitDx=0;exitDy=0;entryX=0.5;entryY=0;entryDx=0;entryDy=0;entryPerimeter=0;strokeColor=light-dark(#3700CC,#1A1A1A);fillColor=#6a00ff;fontSize=22;" target="4Orc9EISLNSKvVOdQB4b-1577" value="">
          <mxGeometry height="50" relative="1" width="50" as="geometry">
            <mxPoint x="1615" y="1857" as="sourcePoint" />
            <mxPoint x="1615" y="1969" as="targetPoint" />
          </mxGeometry>
        </mxCell>
        <mxCell id="4Orc9EISLNSKvVOdQB4b-1583" edge="1" parent="1" source="4Orc9EISLNSKvVOdQB4b-1577" style="endArrow=none;html=1;rounded=0;exitX=0.5;exitY=1;exitDx=0;exitDy=0;entryX=0.5;entryY=0;entryDx=0;entryDy=0;strokeColor=light-dark(#3700CC,#1A1A1A);fillColor=#6a00ff;exitPerimeter=0;fontColor=light-dark(#000000,#1A1A1A);fontSize=22;" target="4Orc9EISLNSKvVOdQB4b-1556" value="">
          <mxGeometry height="50" relative="1" width="50" as="geometry">
            <mxPoint x="1594" y="2008" as="sourcePoint" />
            <mxPoint x="1594" y="2120" as="targetPoint" />
          </mxGeometry>
        </mxCell>
        <mxCell id="4Orc9EISLNSKvVOdQB4b-1584" edge="1" parent="1" source="4Orc9EISLNSKvVOdQB4b-1554" style="endArrow=none;html=1;rounded=0;exitX=1;exitY=0.5;exitDx=0;exitDy=0;entryX=0.04;entryY=0.5;entryDx=0;entryDy=0;entryPerimeter=0;strokeColor=light-dark(#3700CC,#1A1A1A);fillColor=#6a00ff;fontSize=22;" target="4Orc9EISLNSKvVOdQB4b-1557" value="">
          <mxGeometry height="50" relative="1" width="50" as="geometry">
            <mxPoint x="1720" y="1837" as="sourcePoint" />
            <mxPoint x="1720" y="1949" as="targetPoint" />
          </mxGeometry>
        </mxCell>
        <mxCell id="4Orc9EISLNSKvVOdQB4b-1585" edge="1" parent="1" source="4Orc9EISLNSKvVOdQB4b-1557" style="endArrow=none;html=1;rounded=0;exitX=0.96;exitY=0.5;exitDx=0;exitDy=0;entryX=0;entryY=0.5;entryDx=0;entryDy=0;strokeColor=light-dark(#3700CC,#1A1A1A);fillColor=#6a00ff;exitPerimeter=0;fontSize=22;" target="4Orc9EISLNSKvVOdQB4b-1555" value="">
          <mxGeometry height="50" relative="1" width="50" as="geometry">
            <mxPoint x="1945" y="1847" as="sourcePoint" />
            <mxPoint x="1945" y="1959" as="targetPoint" />
          </mxGeometry>
        </mxCell>
        <mxCell id="4Orc9EISLNSKvVOdQB4b-1588" parent="1" style="rounded=0;whiteSpace=wrap;html=1;fillColor=light-dark(#6A00FF,#99FFFF);strokeColor=light-dark(#3700CC,#1A1A1A);strokeWidth=2;fontStyle=1;fontColor=light-dark(#000000,#1A1A1A);fontSize=22;" value="Provincia" vertex="1">
          <mxGeometry height="30" width="126" x="774" y="1490" as="geometry" />
        </mxCell>
        <mxCell id="4Orc9EISLNSKvVOdQB4b-1589" parent="1" style="shape=rhombus;perimeter=rhombusPerimeter;whiteSpace=wrap;html=1;align=center;rounded=1;shadow=0;verticalAlign=middle;fontFamily=Helvetica;fontSize=22;fontStyle=1;fillColor=light-dark(#6A00FF,#FFCC99);strokeColor=light-dark(#3700CC,#1A1A1A);points=[[0,0,0,0,0],[0,1,0,0,0],[0.04,0.5,0,0,0],[0.5,0,0,0,0],[0.5,1,0,0,0],[0.96,0.5,0,0,0],[1,0,0,0,0],[1,1,0,0,0]];fontColor=#ffffff;" value="Pertenece" vertex="1">
          <mxGeometry height="60" width="154" x="539" y="1475" as="geometry" />
        </mxCell>
        <mxCell id="4Orc9EISLNSKvVOdQB4b-1591" parent="1" style="rounded=0;whiteSpace=wrap;html=1;fillColor=light-dark(#6A00FF,#99FFFF);strokeColor=light-dark(#3700CC,#1A1A1A);strokeWidth=2;fontStyle=1;fontColor=light-dark(#000000,#1A1A1A);fontSize=22;" value="Municipio" vertex="1">
          <mxGeometry height="30" width="127" x="358" y="1490" as="geometry" />
        </mxCell>
        <mxCell id="4Orc9EISLNSKvVOdQB4b-1595" parent="1" style="shape=rhombus;perimeter=rhombusPerimeter;whiteSpace=wrap;html=1;align=center;rounded=1;shadow=0;verticalAlign=middle;fontFamily=Helvetica;fontSize=22;fontStyle=1;fillColor=light-dark(#6A00FF,#FFCC99);strokeColor=light-dark(#3700CC,#1A1A1A);points=[[0,0,0,0,0],[0,1,0,0,0],[0.04,0.5,0,0,0],[0.5,0,0,0,0],[0.5,1,0,0,0],[0.96,0.5,0,0,0],[1,0,0,0,0],[1,1,0,0,0]];fontColor=#ffffff;" value="Registra" vertex="1">
          <mxGeometry height="60" width="120" x="364" y="1613" as="geometry" />
        </mxCell>
        <mxCell id="4Orc9EISLNSKvVOdQB4b-1596" parent="1" style="rounded=0;whiteSpace=wrap;html=1;fillColor=light-dark(#6A00FF,#99FFFF);strokeColor=light-dark(#3700CC,#1A1A1A);strokeWidth=2;fontStyle=1;fontColor=light-dark(#000000,#1A1A1A);fontSize=22;" value="Administrador" vertex="1">
          <mxGeometry height="30" width="200" x="113" y="1628" as="geometry" />
        </mxCell>
        <mxCell id="4Orc9EISLNSKvVOdQB4b-1597" parent="1" style="rounded=0;whiteSpace=wrap;html=1;fillColor=light-dark(#6A00FF,#99FFFF);strokeColor=light-dark(#3700CC,#1A1A1A);strokeWidth=2;fontStyle=1;fontColor=light-dark(#000000,#1A1A1A);fontSize=22;" value="Jefe de vacunación&lt;div&gt;municipal&lt;/div&gt;" vertex="1">
          <mxGeometry height="103" width="132" x="553" y="1591.5" as="geometry" />
        </mxCell>
        <mxCell id="4Orc9EISLNSKvVOdQB4b-1598" parent="1" style="rounded=0;whiteSpace=wrap;html=1;fillColor=light-dark(#6A00FF,#99FFFF);strokeColor=light-dark(#3700CC,#1A1A1A);strokeWidth=2;fontStyle=1;fontColor=light-dark(#000000,#1A1A1A);fontSize=22;" value="Médico&lt;div&gt;evaluador&lt;/div&gt;" vertex="1">
          <mxGeometry height="63" width="132" x="957" y="1613" as="geometry" />
        </mxCell>
        <mxCell id="4Orc9EISLNSKvVOdQB4b-1599" parent="1" style="shape=rhombus;perimeter=rhombusPerimeter;whiteSpace=wrap;html=1;align=center;rounded=1;shadow=0;verticalAlign=middle;fontFamily=Helvetica;fontSize=22;fontStyle=1;fillColor=light-dark(#6A00FF,#FFCC99);strokeColor=light-dark(#3700CC,#1A1A1A);points=[[0,0,0,0,0],[0,1,0,0,0],[0.04,0.5,0,0,0],[0.5,0,0,0,0],[0.5,1,0,0,0],[0.96,0.5,0,0,0],[1,0,0,0,0],[1,1,0,0,0]];fontColor=#ffffff;" value="Gestiona" vertex="1">
          <mxGeometry height="60" width="120" x="752" y="1613" as="geometry" />
        </mxCell>
        <mxCell id="4Orc9EISLNSKvVOdQB4b-1611" edge="1" parent="1" source="4Orc9EISLNSKvVOdQB4b-1596" style="edgeStyle=none;curved=1;rounded=0;orthogonalLoop=1;jettySize=auto;html=1;entryX=0.04;entryY=0.5;entryDx=0;entryDy=0;fontSize=22;startSize=8;endSize=8;endArrow=none;endFill=0;exitX=1;exitY=0.5;exitDx=0;exitDy=0;strokeColor=light-dark(#3700CC,#1A1A1A);fillColor=#6a00ff;entryPerimeter=0;" target="4Orc9EISLNSKvVOdQB4b-1595">
          <mxGeometry relative="1" as="geometry">
            <mxPoint x="304.25" y="1434" as="sourcePoint" />
            <mxPoint x="381.25" y="1434" as="targetPoint" />
          </mxGeometry>
        </mxCell>
        <mxCell id="4Orc9EISLNSKvVOdQB4b-1612" edge="1" parent="1" source="4Orc9EISLNSKvVOdQB4b-1595" style="edgeStyle=none;curved=1;rounded=0;orthogonalLoop=1;jettySize=auto;html=1;entryX=0;entryY=0.5;entryDx=0;entryDy=0;fontSize=22;startSize=8;endSize=8;endArrow=none;endFill=0;exitX=0.96;exitY=0.5;exitDx=0;exitDy=0;strokeColor=light-dark(#3700CC,#1A1A1A);fillColor=#6a00ff;exitPerimeter=0;" target="4Orc9EISLNSKvVOdQB4b-1597">
          <mxGeometry relative="1" as="geometry">
            <mxPoint x="499.25" y="1645" as="sourcePoint" />
            <mxPoint x="576.25" y="1645" as="targetPoint" />
          </mxGeometry>
        </mxCell>
        <mxCell id="4Orc9EISLNSKvVOdQB4b-1614" edge="1" parent="1" source="4Orc9EISLNSKvVOdQB4b-1589" style="edgeStyle=none;curved=1;rounded=0;orthogonalLoop=1;jettySize=auto;html=1;entryX=0;entryY=0.5;entryDx=0;entryDy=0;fontSize=22;startSize=8;endSize=8;endArrow=none;endFill=0;exitX=0.96;exitY=0.5;exitDx=0;exitDy=0;strokeColor=light-dark(#3700CC,#1A1A1A);fillColor=#6a00ff;exitPerimeter=0;" target="4Orc9EISLNSKvVOdQB4b-1588">
          <mxGeometry relative="1" as="geometry">
            <mxPoint x="590" y="1591" as="sourcePoint" />
            <mxPoint x="667" y="1591" as="targetPoint" />
          </mxGeometry>
        </mxCell>
        <mxCell id="4Orc9EISLNSKvVOdQB4b-1616" edge="1" parent="1" source="4Orc9EISLNSKvVOdQB4b-1591" style="edgeStyle=none;curved=1;rounded=0;orthogonalLoop=1;jettySize=auto;html=1;entryX=0.5;entryY=0;entryDx=0;entryDy=0;fontSize=22;startSize=8;endSize=8;endArrow=none;endFill=0;exitX=0.5;exitY=1;exitDx=0;exitDy=0;strokeColor=light-dark(#3700CC,#1A1A1A);fillColor=#6a00ff;entryPerimeter=0;" target="4Orc9EISLNSKvVOdQB4b-1595">
          <mxGeometry relative="1" as="geometry">
            <mxPoint x="437" y="1568" as="sourcePoint" />
            <mxPoint x="514" y="1568" as="targetPoint" />
          </mxGeometry>
        </mxCell>
        <mxCell id="4Orc9EISLNSKvVOdQB4b-1617" edge="1" parent="1" source="4Orc9EISLNSKvVOdQB4b-1597" style="edgeStyle=none;curved=1;rounded=0;orthogonalLoop=1;jettySize=auto;html=1;entryX=0.04;entryY=0.5;entryDx=0;entryDy=0;fontSize=22;startSize=8;endSize=8;endArrow=none;endFill=0;exitX=1;exitY=0.5;exitDx=0;exitDy=0;strokeColor=light-dark(#3700CC,#1A1A1A);fillColor=#6a00ff;entryPerimeter=0;" target="4Orc9EISLNSKvVOdQB4b-1599">
          <mxGeometry relative="1" as="geometry">
            <mxPoint x="713" y="1648" as="sourcePoint" />
            <mxPoint x="790" y="1648" as="targetPoint" />
          </mxGeometry>
        </mxCell>
        <mxCell id="4Orc9EISLNSKvVOdQB4b-1618" edge="1" parent="1" source="4Orc9EISLNSKvVOdQB4b-1599" style="edgeStyle=none;curved=1;rounded=0;orthogonalLoop=1;jettySize=auto;html=1;entryX=0;entryY=0.5;entryDx=0;entryDy=0;fontSize=22;startSize=8;endSize=8;endArrow=none;endFill=0;exitX=0.96;exitY=0.5;exitDx=0;exitDy=0;strokeColor=light-dark(#3700CC,#1A1A1A);fillColor=#6a00ff;exitPerimeter=0;" target="4Orc9EISLNSKvVOdQB4b-1598">
          <mxGeometry relative="1" as="geometry">
            <mxPoint x="892" y="1661" as="sourcePoint" />
            <mxPoint x="969" y="1661" as="targetPoint" />
          </mxGeometry>
        </mxCell>
        <mxCell id="4Orc9EISLNSKvVOdQB4b-1864" parent="1" style="rounded=0;whiteSpace=wrap;html=1;fillColor=light-dark(#6A00FF,#99FFFF);strokeColor=light-dark(#3700CC,#1A1A1A);strokeWidth=2;fontStyle=1;fontSize=22;" value="&lt;font style=&quot;color: light-dark(rgb(26, 26, 26), rgb(26, 26, 26));&quot;&gt;Administrador&lt;/font&gt;" vertex="1">
          <mxGeometry height="77" width="175" x="3" y="596" as="geometry" />
        </mxCell>
        <mxCell id="4Orc9EISLNSKvVOdQB4b-1865" parent="1" style="rounded=0;whiteSpace=wrap;html=1;fillColor=light-dark(#6A00FF,#99FFFF);strokeColor=light-dark(#3700CC,#1A1A1A);strokeWidth=2;fontStyle=1;fontSize=22;" value="&lt;font style=&quot;color: light-dark(rgb(26, 26, 26), rgb(26, 26, 26));&quot;&gt;Jefe de vacunación&lt;/font&gt;&lt;div&gt;&lt;font style=&quot;color: light-dark(rgb(26, 26, 26), rgb(26, 26, 26));&quot;&gt;municipal&lt;/font&gt;&lt;/div&gt;" vertex="1">
          <mxGeometry height="81" width="179" x="316" y="592" as="geometry" />
        </mxCell>
        <mxCell id="4Orc9EISLNSKvVOdQB4b-1866" parent="1" style="rounded=0;whiteSpace=wrap;html=1;fillColor=light-dark(#6A00FF,#99FFFF);strokeColor=light-dark(#3700CC,#1A1A1A);strokeWidth=2;fontStyle=1;fontColor=light-dark(#000000,#1A1A1A);fontSize=22;" value="&lt;font&gt;Médico evaluador&lt;/font&gt;" vertex="1">
          <mxGeometry height="51" width="131" x="809" y="499" as="geometry" />
        </mxCell>
        <mxCell id="4Orc9EISLNSKvVOdQB4b-2118" edge="1" parent="1" style="edgeStyle=orthogonalEdgeStyle;rounded=0;orthogonalLoop=1;jettySize=auto;html=1;">
          <mxGeometry relative="1" as="geometry">
            <mxPoint x="1052.9983538868846" y="1119.3333333333335" as="sourcePoint" />
            <mxPoint x="1061.5492589613968" y="1119.5" as="targetPoint" />
          </mxGeometry>
        </mxCell>
        <mxCell id="4Orc9EISLNSKvVOdQB4b-2075" parent="1" style="text;html=1;align=center;verticalAlign=middle;resizable=0;points=[];autosize=1;strokeColor=none;fillColor=none;fontFamily=Helvetica;fontSize=18;fontColor=light-dark(#000000,#1A1A1A);fontStyle=1;rounded=1;" value="(1,1)" vertex="1">
          <mxGeometry height="34" width="55" x="112" y="1025" as="geometry" />
        </mxCell>
        <mxCell id="4Orc9EISLNSKvVOdQB4b-2076" parent="1" style="text;html=1;align=center;verticalAlign=middle;resizable=0;points=[];autosize=1;strokeColor=none;fillColor=none;fontFamily=Helvetica;fontSize=18;fontColor=light-dark(#000000,#1A1A1A);fontStyle=1;rounded=1;" value="(1,*)" vertex="1">
          <mxGeometry height="34" width="52" x="348" y="1025" as="geometry" />
        </mxCell>
        <mxCell id="4Orc9EISLNSKvVOdQB4b-2077" parent="1" style="text;html=1;align=center;verticalAlign=middle;resizable=0;points=[];autosize=1;strokeColor=none;fillColor=none;fontFamily=Helvetica;fontSize=18;fontColor=light-dark(#000000,#1A1A1A);fontStyle=1;rounded=1;" value="(1,1)" vertex="1">
          <mxGeometry height="34" width="55" x="478" y="1018" as="geometry" />
        </mxCell>
        <mxCell id="4Orc9EISLNSKvVOdQB4b-2078" parent="1" style="text;html=1;align=center;verticalAlign=middle;resizable=0;points=[];autosize=1;strokeColor=none;fillColor=none;fontFamily=Helvetica;fontSize=18;fontColor=light-dark(#000000,#1A1A1A);fontStyle=1;rounded=1;" value="(1,*)" vertex="1">
          <mxGeometry height="34" width="52" x="756" y="1021" as="geometry" />
        </mxCell>
        <mxCell id="4Orc9EISLNSKvVOdQB4b-2079" parent="1" style="text;html=1;align=center;verticalAlign=middle;resizable=0;points=[];autosize=1;strokeColor=none;fillColor=none;fontFamily=Helvetica;fontSize=18;fontColor=light-dark(#000000,#1A1A1A);fontStyle=1;rounded=1;" value="(1,*)" vertex="1">
          <mxGeometry height="34" width="52" x="392" y="1069" as="geometry" />
        </mxCell>
        <mxCell id="4Orc9EISLNSKvVOdQB4b-2080" parent="1" style="text;html=1;align=center;verticalAlign=middle;resizable=0;points=[];autosize=1;strokeColor=none;fillColor=none;fontFamily=Helvetica;fontSize=22;fontColor=light-dark(#000000,#1A1A1A);fontStyle=1;rounded=1;" value="(1,1)" vertex="1">
          <mxGeometry height="38" width="63" x="381" y="1263" as="geometry" />
        </mxCell>
        <mxCell id="4Orc9EISLNSKvVOdQB4b-2081" parent="1" style="text;html=1;align=center;verticalAlign=middle;resizable=0;points=[];autosize=1;strokeColor=none;fillColor=none;fontFamily=Helvetica;fontSize=22;fontColor=light-dark(#000000,#1A1A1A);fontStyle=1;rounded=1;" value="(1,1)" vertex="1">
          <mxGeometry height="38" width="63" x="791" y="1276" as="geometry" />
        </mxCell>
        <mxCell id="4Orc9EISLNSKvVOdQB4b-2082" parent="1" style="text;html=1;align=center;verticalAlign=middle;resizable=0;points=[];autosize=1;strokeColor=none;fillColor=none;fontFamily=Helvetica;fontSize=18;fontColor=light-dark(#000000,#1A1A1A);fontStyle=1;rounded=1;" value="(0,*)" vertex="1">
          <mxGeometry height="34" width="52" x="844.5" y="1077.5" as="geometry" />
        </mxCell>
        <mxCell id="4Orc9EISLNSKvVOdQB4b-2085" parent="1" style="text;html=1;align=center;verticalAlign=middle;resizable=0;points=[];autosize=1;strokeColor=none;fillColor=none;fontFamily=Helvetica;fontSize=22;fontColor=light-dark(#000000,#1A1A1A);fontStyle=1;rounded=1;" value="(1,1)" vertex="1">
          <mxGeometry height="38" width="63" x="720" y="1473" as="geometry" />
        </mxCell>
        <mxCell id="4Orc9EISLNSKvVOdQB4b-2087" parent="1" style="text;html=1;align=center;verticalAlign=middle;resizable=0;points=[];autosize=1;strokeColor=none;fillColor=none;fontFamily=Helvetica;fontSize=22;fontColor=light-dark(#000000,#1A1A1A);fontStyle=1;rounded=1;" value="(1,1)" vertex="1">
          <mxGeometry height="38" width="63" x="496" y="1611" as="geometry" />
        </mxCell>
        <mxCell id="4Orc9EISLNSKvVOdQB4b-2088" parent="1" style="text;html=1;align=center;verticalAlign=middle;resizable=0;points=[];autosize=1;strokeColor=none;fillColor=none;fontFamily=Helvetica;fontSize=22;fontColor=light-dark(#000000,#1A1A1A);fontStyle=1;rounded=1;" value="(0,*)" vertex="1">
          <mxGeometry height="38" width="60" x="889" y="1612" as="geometry" />
        </mxCell>
        <mxCell id="4Orc9EISLNSKvVOdQB4b-2089" parent="1" style="text;html=1;align=center;verticalAlign=middle;resizable=0;points=[];autosize=1;strokeColor=none;fillColor=none;fontFamily=Helvetica;fontSize=22;fontColor=light-dark(#000000,#1A1A1A);fontStyle=1;rounded=1;" value="(1,1)" vertex="1">
          <mxGeometry height="38" width="63" x="682" y="1608.5" as="geometry" />
        </mxCell>
        <mxCell id="4Orc9EISLNSKvVOdQB4b-2090" parent="1" style="text;html=1;align=center;verticalAlign=middle;resizable=0;points=[];autosize=1;strokeColor=none;fillColor=none;fontFamily=Helvetica;fontSize=22;fontColor=light-dark(#000000,#1A1A1A);fontStyle=1;rounded=1;" value="(1,1)" vertex="1">
          <mxGeometry height="38" width="63" x="305" y="1611" as="geometry" />
        </mxCell>
        <mxCell id="4Orc9EISLNSKvVOdQB4b-2091" parent="1" style="text;html=1;align=center;verticalAlign=middle;resizable=0;points=[];autosize=1;strokeColor=none;fillColor=none;fontFamily=Helvetica;fontSize=22;fontColor=light-dark(#000000,#1A1A1A);fontStyle=1;rounded=1;" value="(1,1)" vertex="1">
          <mxGeometry height="38" width="63" x="411" y="1516" as="geometry" />
        </mxCell>
        <mxCell id="4Orc9EISLNSKvVOdQB4b-2092" parent="1" style="text;html=1;align=center;verticalAlign=middle;resizable=0;points=[];autosize=1;strokeColor=none;fillColor=none;fontFamily=Helvetica;fontSize=22;fontColor=light-dark(#000000,#1A1A1A);fontStyle=1;rounded=1;" value="(1,*)" vertex="1">
          <mxGeometry height="38" width="60" x="313" y="1808.5" as="geometry" />
        </mxCell>
        <mxCell id="4Orc9EISLNSKvVOdQB4b-2093" parent="1" style="text;html=1;align=center;verticalAlign=middle;resizable=0;points=[];autosize=1;strokeColor=none;fillColor=none;fontFamily=Helvetica;fontSize=22;fontColor=light-dark(#000000,#1A1A1A);fontStyle=1;rounded=1;" value="(1,1)" vertex="1">
          <mxGeometry height="38" width="63" x="108" y="1807" as="geometry" />
        </mxCell>
        <mxCell id="4Orc9EISLNSKvVOdQB4b-2094" parent="1" style="text;html=1;align=center;verticalAlign=middle;resizable=0;points=[];autosize=1;strokeColor=none;fillColor=none;fontFamily=Helvetica;fontSize=22;fontColor=light-dark(#000000,#1A1A1A);fontStyle=1;rounded=1;" value="(0,*)" vertex="1">
          <mxGeometry height="38" width="60" x="430" y="1851" as="geometry" />
        </mxCell>
        <mxCell id="4Orc9EISLNSKvVOdQB4b-2095" parent="1" style="text;html=1;align=center;verticalAlign=middle;resizable=0;points=[];autosize=1;strokeColor=none;fillColor=none;fontFamily=Helvetica;fontSize=22;fontColor=light-dark(#000000,#1A1A1A);fontStyle=1;rounded=1;" value="(1,1)" vertex="1">
          <mxGeometry height="38" width="63" x="433.5" y="1995.5" as="geometry" />
        </mxCell>
        <mxCell id="4Orc9EISLNSKvVOdQB4b-2096" parent="1" style="text;html=1;align=center;verticalAlign=middle;resizable=0;points=[];autosize=1;strokeColor=none;fillColor=none;fontFamily=Helvetica;fontSize=22;fontColor=light-dark(#000000,#1A1A1A);fontStyle=1;rounded=1;" value="(1,1)" vertex="1">
          <mxGeometry height="38" width="63" x="426" y="2235" as="geometry" />
        </mxCell>
        <mxCell id="4Orc9EISLNSKvVOdQB4b-2097" parent="1" style="text;html=1;align=center;verticalAlign=middle;resizable=0;points=[];autosize=1;strokeColor=none;fillColor=none;fontFamily=Helvetica;fontSize=22;fontColor=light-dark(#000000,#1A1A1A);fontStyle=1;rounded=1;" value="(1,*)" vertex="1">
          <mxGeometry height="38" width="60" x="433" y="2071" as="geometry" />
        </mxCell>
        <mxCell id="4Orc9EISLNSKvVOdQB4b-2098" parent="1" style="text;html=1;align=center;verticalAlign=middle;resizable=0;points=[];autosize=1;strokeColor=none;fillColor=none;fontFamily=Helvetica;fontSize=22;fontColor=light-dark(#000000,#1A1A1A);fontStyle=1;rounded=1;" value="(1,1)" vertex="1">
          <mxGeometry height="38" width="63" x="709" y="1808.5" as="geometry" />
        </mxCell>
        <mxCell id="4Orc9EISLNSKvVOdQB4b-2099" parent="1" style="text;html=1;align=center;verticalAlign=middle;resizable=0;points=[];autosize=1;strokeColor=none;fillColor=none;fontFamily=Helvetica;fontSize=22;fontColor=light-dark(#000000,#1A1A1A);fontStyle=1;rounded=1;" value="(0,*)" vertex="1">
          <mxGeometry height="38" width="60" x="493" y="1805" as="geometry" />
        </mxCell>
        <mxCell id="4Orc9EISLNSKvVOdQB4b-2100" parent="1" style="text;html=1;align=center;verticalAlign=middle;resizable=0;points=[];autosize=1;strokeColor=none;fillColor=none;fontFamily=Helvetica;fontSize=22;fontColor=light-dark(#000000,#1A1A1A);fontStyle=1;rounded=1;" value="(1,1)" vertex="1">
          <mxGeometry height="38" width="63" x="746.5" y="2007" as="geometry" />
        </mxCell>
        <mxCell id="4Orc9EISLNSKvVOdQB4b-2101" parent="1" style="text;html=1;align=center;verticalAlign=middle;resizable=0;points=[];autosize=1;strokeColor=none;fillColor=none;fontFamily=Helvetica;fontSize=22;fontColor=light-dark(#000000,#1A1A1A);fontStyle=1;rounded=1;" value="(1,*)" vertex="1">
          <mxGeometry height="38" width="60" x="748.5" y="1848" as="geometry" />
        </mxCell>
        <mxCell id="4Orc9EISLNSKvVOdQB4b-2102" parent="1" style="text;html=1;align=center;verticalAlign=middle;resizable=0;points=[];autosize=1;strokeColor=none;fillColor=none;fontFamily=Helvetica;fontSize=22;fontColor=light-dark(#000000,#1A1A1A);fontStyle=1;rounded=1;" value="(1,1)" vertex="1">
          <mxGeometry height="38" width="63" x="793.5" y="2235" as="geometry" />
        </mxCell>
        <mxCell id="4Orc9EISLNSKvVOdQB4b-2103" parent="1" style="text;html=1;align=center;verticalAlign=middle;resizable=0;points=[];autosize=1;strokeColor=none;fillColor=none;fontFamily=Helvetica;fontSize=22;fontColor=light-dark(#000000,#1A1A1A);fontStyle=1;rounded=1;" value="(1,*)" vertex="1">
          <mxGeometry height="38" width="60" x="797" y="2069" as="geometry" />
        </mxCell>
        <mxCell id="4Orc9EISLNSKvVOdQB4b-2105" parent="1" style="text;html=1;align=center;verticalAlign=middle;resizable=0;points=[];autosize=1;strokeColor=none;fillColor=none;fontFamily=Helvetica;fontSize=22;fontColor=light-dark(#000000,#1A1A1A);fontStyle=1;rounded=1;arcSize=50;" value="(1,1)" vertex="1">
          <mxGeometry height="38" width="63" x="1601" y="1069" as="geometry" />
        </mxCell>
        <mxCell id="4Orc9EISLNSKvVOdQB4b-2109" parent="1" style="text;html=1;align=center;verticalAlign=middle;resizable=0;points=[];autosize=1;strokeColor=none;fillColor=none;fontFamily=Helvetica;fontSize=22;fontColor=light-dark(#000000,#1A1A1A);fontStyle=1;rounded=1;arcSize=0;" value="(0,*)" vertex="1">
          <mxGeometry height="38" width="60" x="1613.5" y="1765" as="geometry" />
        </mxCell>
        <mxCell id="4Orc9EISLNSKvVOdQB4b-2110" parent="1" style="text;html=1;align=center;verticalAlign=middle;resizable=0;points=[];autosize=1;strokeColor=none;fillColor=none;fontFamily=Helvetica;fontSize=22;fontColor=light-dark(#000000,#1A1A1A);fontStyle=1;rounded=1;" value="(0,1)" vertex="1">
          <mxGeometry height="38" width="63" x="1605" y="2036" as="geometry" />
        </mxCell>
        <mxCell id="4Orc9EISLNSKvVOdQB4b-2111" parent="1" style="text;html=1;align=center;verticalAlign=middle;resizable=0;points=[];autosize=1;strokeColor=none;fillColor=none;fontFamily=Helvetica;fontSize=22;fontColor=light-dark(#000000,#1A1A1A);fontStyle=1;rounded=1;" value="(1,1)" vertex="1">
          <mxGeometry height="38" width="63" x="1612" y="1869" as="geometry" />
        </mxCell>
        <mxCell id="4Orc9EISLNSKvVOdQB4b-2112" parent="1" style="text;html=1;align=center;verticalAlign=middle;resizable=0;points=[];autosize=1;strokeColor=none;fillColor=none;fontFamily=Helvetica;fontSize=22;fontColor=light-dark(#000000,#1A1A1A);fontStyle=1;rounded=1;" value="(1,1)" vertex="1">
          <mxGeometry height="38" width="63" x="2040" y="1803" as="geometry" />
        </mxCell>
        <mxCell id="4Orc9EISLNSKvVOdQB4b-2113" parent="1" style="text;html=1;align=center;verticalAlign=middle;resizable=0;points=[];autosize=1;strokeColor=none;fillColor=none;fontFamily=Helvetica;fontSize=22;fontColor=light-dark(#000000,#1A1A1A);fontStyle=1;rounded=1;" value="(0,*)" vertex="1">
          <mxGeometry height="38" width="60" x="1689" y="1798.5" as="geometry" />
        </mxCell>
        <mxCell id="4Orc9EISLNSKvVOdQB4b-2115" edge="1" parent="1" source="4Orc9EISLNSKvVOdQB4b-1591" style="edgeStyle=none;curved=1;rounded=0;orthogonalLoop=1;jettySize=auto;html=1;entryX=0.04;entryY=0.5;entryDx=0;entryDy=0;fontSize=22;startSize=8;endSize=8;endArrow=none;endFill=0;exitX=1;exitY=0.5;exitDx=0;exitDy=0;strokeColor=light-dark(#3700CC,#1A1A1A);fillColor=#6a00ff;entryPerimeter=0;" target="4Orc9EISLNSKvVOdQB4b-1589" value="">
          <mxGeometry relative="1" as="geometry">
            <mxPoint x="485" y="1505" as="sourcePoint" />
            <mxPoint x="527.3999999999996" y="1441" as="targetPoint" />
          </mxGeometry>
        </mxCell>
        <mxCell id="4Orc9EISLNSKvVOdQB4b-2116" parent="1" style="text;html=1;align=center;verticalAlign=middle;resizable=0;points=[];autosize=1;strokeColor=none;fillColor=none;fontFamily=Helvetica;fontSize=22;fontColor=light-dark(#000000,#1A1A1A);fontStyle=1;rounded=1;" value="(1,*)" vertex="1">
          <mxGeometry height="38" width="60" x="484" y="1475" as="geometry" />
        </mxCell>
        <mxCell id="jJbNlhnv9Cy8x6x9-Vns-1" edge="1" parent="1" source="4Orc9EISLNSKvVOdQB4b-1553" style="endArrow=none;html=1;rounded=0;exitX=0.5;exitY=1;exitDx=0;exitDy=0;entryX=0.5;entryY=0;entryDx=0;entryDy=0;strokeColor=light-dark(#3700CC,#1A1A1A);fillColor=#6a00ff;fontSize=22;entryPerimeter=0;" target="4Orc9EISLNSKvVOdQB4b-272" value="">
          <mxGeometry height="50" relative="1" width="50" as="geometry">
            <mxPoint x="1605" y="1724" as="sourcePoint" />
            <mxPoint x="1605" y="1817" as="targetPoint" />
          </mxGeometry>
        </mxCell>
        <mxCell id="jJbNlhnv9Cy8x6x9-Vns-2" edge="1" parent="1" source="4Orc9EISLNSKvVOdQB4b-32" style="endArrow=none;html=1;rounded=0;exitX=0.5;exitY=1;exitDx=0;exitDy=0;entryX=0.5;entryY=0;entryDx=0;entryDy=0;strokeColor=light-dark(#3700CC,#1A1A1A);fillColor=#6a00ff;exitPerimeter=0;fontSize=22;" target="4Orc9EISLNSKvVOdQB4b-1553" value="">
          <mxGeometry height="50" relative="1" width="50" as="geometry">
            <mxPoint x="1642" y="1332" as="sourcePoint" />
            <mxPoint x="1642" y="1425" as="targetPoint" />
          </mxGeometry>
        </mxCell>
        <mxCell id="jJbNlhnv9Cy8x6x9-Vns-4" parent="1" style="text;html=1;align=center;verticalAlign=middle;resizable=0;points=[];autosize=1;strokeColor=none;fillColor=none;fontFamily=Helvetica;fontSize=22;fontColor=light-dark(#000000,#1A1A1A);fontStyle=1;rounded=1;arcSize=50;" value="(1,1)" vertex="1">
          <mxGeometry height="38" width="63" x="1615.5" y="1374" as="geometry" />
        </mxCell>
        <mxCell id="jJbNlhnv9Cy8x6x9-Vns-5" parent="1" style="text;html=1;align=center;verticalAlign=middle;resizable=0;points=[];autosize=1;strokeColor=none;fillColor=none;fontFamily=Helvetica;fontSize=22;fontColor=light-dark(#000000,#1A1A1A);fontStyle=1;rounded=1;arcSize=50;" value="(1,1)" vertex="1">
          <mxGeometry height="38" width="63" x="1613.5" y="1475" as="geometry" />
        </mxCell>
        <mxCell id="4O6CcrpGBc0LWCCIvtP0-1" parent="1" style="rounded=0;whiteSpace=wrap;html=1;fillColor=light-dark(#6A00FF,#99FFFF);strokeColor=light-dark(#3700CC,#1A1A1A);strokeWidth=2;fontStyle=1;fontSize=22;" value="&lt;font style=&quot;color: light-dark(rgb(26, 26, 26), rgb(26, 26, 26));&quot;&gt;Jefe de vacunación&lt;/font&gt;&lt;div&gt;&lt;font style=&quot;color: light-dark(rgb(26, 26, 26), rgb(26, 26, 26));&quot;&gt;municipal&lt;/font&gt;&lt;/div&gt;" vertex="1">
          <mxGeometry height="90" width="202" x="2179" y="1396" as="geometry" />
        </mxCell>
        <mxCell id="4O6CcrpGBc0LWCCIvtP0-2" parent="1" style="shape=rhombus;perimeter=rhombusPerimeter;whiteSpace=wrap;html=1;align=center;rounded=1;shadow=0;verticalAlign=middle;fontFamily=Helvetica;fontSize=22;fontStyle=1;fillColor=light-dark(#6A00FF,#FFCC99);strokeColor=light-dark(#3700CC,#1A1A1A);points=[[0,0,0,0,0],[0,1,0,0,0],[0.04,0.5,0,0,0],[0.5,0,0,0,0],[0.5,1,0,0,0],[0.96,0.5,0,0,0],[1,0,0,0,0],[1,1,0,0,0]];fontColor=#ffffff;" value="Es dirigida a" vertex="1">
          <mxGeometry height="74" width="194" x="1853" y="1404" as="geometry" />
        </mxCell>
        <mxCell id="4O6CcrpGBc0LWCCIvtP0-4" edge="1" parent="1" source="4O6CcrpGBc0LWCCIvtP0-2" style="endArrow=none;html=1;rounded=0;exitX=0.96;exitY=0.5;exitDx=0;exitDy=0;entryX=0;entryY=0.5;entryDx=0;entryDy=0;strokeColor=light-dark(#3700CC,#1A1A1A);fillColor=#6a00ff;fontSize=22;exitPerimeter=0;" target="4O6CcrpGBc0LWCCIvtP0-1" value="">
          <mxGeometry height="50" relative="1" width="50" as="geometry">
            <mxPoint x="1772" y="1432" as="sourcePoint" />
            <mxPoint x="1924" y="1431" as="targetPoint" />
          </mxGeometry>
        </mxCell>
        <mxCell id="4O6CcrpGBc0LWCCIvtP0-6" parent="1" style="text;html=1;align=center;verticalAlign=middle;resizable=0;points=[];autosize=1;strokeColor=none;fillColor=none;fontFamily=Helvetica;fontSize=22;fontColor=light-dark(#000000,#1A1A1A);fontStyle=1;rounded=1;arcSize=0;" value="(1,1)" vertex="1">
          <mxGeometry height="38" width="63" x="2116" y="1407" as="geometry" />
        </mxCell>
        <mxCell id="4O6CcrpGBc0LWCCIvtP0-11" edge="1" parent="1" source="4Orc9EISLNSKvVOdQB4b-1553" style="endArrow=none;html=1;rounded=0;exitX=1;exitY=0.5;exitDx=0;exitDy=0;entryX=0.04;entryY=0.5;entryDx=0;entryDy=0;strokeColor=light-dark(#3700CC,#1A1A1A);fillColor=#6a00ff;fontSize=22;entryPerimeter=0;" target="4O6CcrpGBc0LWCCIvtP0-2" value="">
          <mxGeometry height="50" relative="1" width="50" as="geometry">
            <mxPoint x="1894" y="1467" as="sourcePoint" />
            <mxPoint x="2046" y="1466" as="targetPoint" />
          </mxGeometry>
        </mxCell>
        <mxCell id="4O6CcrpGBc0LWCCIvtP0-12" parent="1" style="text;html=1;align=center;verticalAlign=middle;resizable=0;points=[];autosize=1;strokeColor=none;fillColor=none;fontFamily=Helvetica;fontSize=22;fontColor=light-dark(#000000,#1A1A1A);fontStyle=1;rounded=1;arcSize=50;" value="(0,*)" vertex="1">
          <mxGeometry height="38" width="60" x="1702.5" y="1404" as="geometry" />
        </mxCell>
        <mxCell id="4O6CcrpGBc0LWCCIvtP0-27" edge="1" parent="1" source="4O6CcrpGBc0LWCCIvtP0-28" style="edgeStyle=orthogonalEdgeStyle;shape=connector;rounded=1;orthogonalLoop=1;jettySize=auto;html=1;exitX=0.96;exitY=0.5;exitDx=0;exitDy=0;exitPerimeter=0;strokeColor=light-dark(#000000,#1A1A1A);align=center;verticalAlign=middle;fontFamily=Helvetica;fontSize=22;fontColor=light-dark(#000000,#1A1A1A);labelBackgroundColor=default;startArrow=none;startFill=0;endArrow=none;endFill=0;entryX=0;entryY=0.5;entryDx=0;entryDy=0;" target="4O6CcrpGBc0LWCCIvtP0-33">
          <mxGeometry relative="1" as="geometry">
            <mxPoint x="904.5" y="217" as="targetPoint" />
          </mxGeometry>
        </mxCell>
        <mxCell id="4O6CcrpGBc0LWCCIvtP0-28" parent="1" style="shape=rhombus;perimeter=rhombusPerimeter;whiteSpace=wrap;html=1;align=center;rounded=1;shadow=0;verticalAlign=middle;fontFamily=Helvetica;fontSize=22;fontStyle=1;fillColor=light-dark(#6A00FF,#FFCC99);strokeColor=light-dark(#000000,#1A1A1A);points=[[0,0,0,0,0],[0,1,0,0,0],[0.04,0.5,0,0,0],[0.5,0,0,0,0],[0.5,1,0,0,0],[0.96,0.5,0,0,0],[1,0,0,0,0],[1,1,0,0,0]];fontColor=light-dark(#000000,#1A1A1A);" value="Tiene" vertex="1">
          <mxGeometry height="60" width="120" x="644.5" y="187" as="geometry" />
        </mxCell>
        <mxCell id="4O6CcrpGBc0LWCCIvtP0-29" parent="1" style="text;html=1;align=center;verticalAlign=middle;resizable=0;points=[];autosize=1;strokeColor=none;fillColor=none;fontFamily=Helvetica;fontSize=22;fontColor=light-dark(#000000,#1A1A1A);fontStyle=1;rounded=1;" value="(1,1)" vertex="1">
          <mxGeometry height="38" width="63" x="864.5" y="185" as="geometry" />
        </mxCell>
        <mxCell id="4O6CcrpGBc0LWCCIvtP0-30" parent="1" style="text;html=1;align=center;verticalAlign=middle;resizable=0;points=[];autosize=1;strokeColor=none;fillColor=none;fontFamily=Helvetica;fontSize=22;fontColor=light-dark(#000000,#1A1A1A);fontStyle=1;rounded=1;" value="(1,*)" vertex="1">
-           <mxGeometry height="38" width="60" x="456.5" y="185" as="geometry" />
-         </mxCell>
-         <mxCell id="4O6CcrpGBc0LWCCIvtP0-31" parent="1" style="rounded=0;whiteSpace=wrap;html=1;fillColor=light-dark(#6A00FF,#99FFFF);strokeColor=light-dark(#3700CC,#1A1A1A);strokeWidth=2;fontStyle=1;fontSize=22;" value="&lt;font style=&quot;color: light-dark(rgb(26, 26, 26), rgb(26, 26, 26));&quot;&gt;Usuario&lt;/font&gt;" vertex="1">
-           <mxGeometry height="30" width="108" x="343.5" y="202" as="geometry" />
+           <mxGeometry height="38" width="60" x="470" y="181" as="geometry" />
+         </mxCell>
+         <mxCell id="4O6CcrpGBc0LWCCIvtP0-31" parent="1" style="rounded=0;whiteSpace=wrap;html=1;fillColor=light-dark(#6A00FF,#99FFFF);strokeColor=light-dark(#3700CC,#1A1A1A);strokeWidth=2;fontStyle=1;fontSize=22;" value="&lt;font style=&quot;color: light-dark(rgb(0, 0, 0), rgb(26, 26, 26));&quot;&gt;Usuario&lt;/font&gt;&lt;div&gt;&lt;font style=&quot;color: light-dark(rgb(0, 0, 0), rgb(26, 26, 26));&quot;&gt;Autenticado&lt;/font&gt;&lt;/div&gt;" vertex="1">
+           <mxGeometry height="68" width="152.5" x="321.5" y="181" as="geometry" />
        </mxCell>
        <mxCell id="4O6CcrpGBc0LWCCIvtP0-32" edge="1" parent="1" source="4O6CcrpGBc0LWCCIvtP0-31" style="edgeStyle=none;curved=1;rounded=0;orthogonalLoop=1;jettySize=auto;html=1;fontSize=22;startSize=8;endSize=8;endArrow=none;endFill=0;strokeColor=light-dark(#3700CC,#1A1A1A);fillColor=#6a00ff;exitX=1;exitY=0.5;exitDx=0;exitDy=0;entryX=0.04;entryY=0.5;entryDx=0;entryDy=0;entryPerimeter=0;" target="4O6CcrpGBc0LWCCIvtP0-28">
          <mxGeometry relative="1" as="geometry">
            <mxPoint x="456.5" y="568" as="sourcePoint" />
            <mxPoint x="576.5" y="598" as="targetPoint" />
          </mxGeometry>
        </mxCell>
        <mxCell id="4O6CcrpGBc0LWCCIvtP0-33" parent="1" style="rounded=0;whiteSpace=wrap;html=1;fillColor=light-dark(#6A00FF,#99FFFF);strokeColor=light-dark(#3700CC,#1A1A1A);strokeWidth=2;fontStyle=1;fontSize=22;" value="&lt;font style=&quot;color: light-dark(rgb(26, 26, 26), rgb(26, 26, 26));&quot;&gt;Rol&lt;/font&gt;" vertex="1">
          <mxGeometry height="30" width="80" x="923.5" y="202" as="geometry" />
        </mxCell>
        <mxCell id="4O6CcrpGBc0LWCCIvtP0-46" edge="1" parent="1" source="4O6CcrpGBc0LWCCIvtP0-47" style="endArrow=none;html=1;rounded=0;exitX=0.5;exitY=0;exitDx=0;exitDy=0;entryX=0.5;entryY=1;entryDx=0;entryDy=0;strokeColor=light-dark(#000000,#1A1A1A);fontSize=22;" target="4O6CcrpGBc0LWCCIvtP0-31" value="">
          <mxGeometry height="50" relative="1" width="50" as="geometry">
            <mxPoint x="396.5" y="330" as="sourcePoint" />
            <mxPoint x="561" y="301" as="targetPoint" />
          </mxGeometry>
        </mxCell>
        <mxCell id="4O6CcrpGBc0LWCCIvtP0-47" parent="1" style="shape=hexagon;perimeter=hexagonPerimeter2;whiteSpace=wrap;html=1;fixedSize=1;fillColor=light-dark(#CCCCFF,#9999FF);strokeColor=#3700CC;fontColor=#ffffff;" value="&lt;b&gt;&lt;font style=&quot;color: light-dark(rgb(0, 0, 0), rgb(26, 26, 26)); font-size: 22px;&quot;&gt;Tipo&lt;/font&gt;&lt;/b&gt;" vertex="1">
          <mxGeometry height="44" width="133" x="331" y="352" as="geometry" />
        </mxCell>
        <mxCell id="4O6CcrpGBc0LWCCIvtP0-48" edge="1" parent="1" source="4Orc9EISLNSKvVOdQB4b-1864" style="endArrow=none;html=1;rounded=0;exitX=0.5;exitY=0;exitDx=0;exitDy=0;entryX=0;entryY=0.75;entryDx=0;entryDy=0;strokeColor=light-dark(#000000,#1A1A1A);fontSize=22;" target="4O6CcrpGBc0LWCCIvtP0-47" value="">
          <mxGeometry height="50" relative="1" width="50" as="geometry">
            <Array as="points">
              <mxPoint x="107" y="475" />
            </Array>
            <mxPoint x="387" y="399" as="sourcePoint" />
            <mxPoint x="387" y="279" as="targetPoint" />
          </mxGeometry>
        </mxCell>
        <mxCell id="4O6CcrpGBc0LWCCIvtP0-49" edge="1" parent="1" source="4Orc9EISLNSKvVOdQB4b-1865" style="endArrow=none;html=1;rounded=0;exitX=0.5;exitY=0;exitDx=0;exitDy=0;entryX=0.5;entryY=1;entryDx=0;entryDy=0;strokeColor=light-dark(#000000,#1A1A1A);fontSize=22;" target="4O6CcrpGBc0LWCCIvtP0-47" value="">
          <mxGeometry height="50" relative="1" width="50" as="geometry">
            <Array as="points" />
            <mxPoint x="288" y="608" as="sourcePoint" />
            <mxPoint x="537" y="396" as="targetPoint" />
          </mxGeometry>
        </mxCell>
        <mxCell id="JJ5r-G0B8Q4r0N3CE9GI-15" parent="1" style="rounded=0;whiteSpace=wrap;html=1;fillColor=light-dark(#6A00FF,#99FFFF);strokeColor=light-dark(#3700CC,#1A1A1A);strokeWidth=2;fontStyle=1;fontSize=22;" value="&lt;font style=&quot;color: light-dark(rgb(26, 26, 26), rgb(26, 26, 26));&quot;&gt;Persona&lt;/font&gt;" vertex="1">
          <mxGeometry height="47" width="218" x="1310.5" y="213.5" as="geometry" />
        </mxCell>
        <mxCell id="JJ5r-G0B8Q4r0N3CE9GI-20" parent="1" style="rounded=0;whiteSpace=wrap;html=1;fillColor=light-dark(#6A00FF,#99FFFF);strokeColor=light-dark(#3700CC,#1A1A1A);strokeWidth=2;fontStyle=1;fontColor=light-dark(#FFFFFF,#1A1A1A);fontSize=22;" value="&lt;font&gt;Reportante&lt;/font&gt;" vertex="1">
          <mxGeometry height="30" width="131" x="1197" y="477.5" as="geometry" />
        </mxCell>
        <mxCell id="JJ5r-G0B8Q4r0N3CE9GI-21" parent="1" style="rounded=0;whiteSpace=wrap;html=1;fillColor=light-dark(#6A00FF,#99FFFF);strokeColor=light-dark(#3700CC,#1A1A1A);strokeWidth=2;fontStyle=1;fontColor=light-dark(#000000,#1A1A1A);fontSize=22;" value="Sujeto vacunado" vertex="1">
          <mxGeometry height="52" width="150" x="1468.5" y="474.5" as="geometry" />
        </mxCell>
        <mxCell id="JJ5r-G0B8Q4r0N3CE9GI-22" edge="1" parent="1" source="JJ5r-G0B8Q4r0N3CE9GI-20" style="endArrow=none;html=1;rounded=0;exitX=0.5;exitY=0;exitDx=0;exitDy=0;entryX=0.25;entryY=1;entryDx=0;entryDy=0;strokeColor=light-dark(#000000,#1A1A1A);fontSize=22;" target="JJ5r-G0B8Q4r0N3CE9GI-15" value="">
          <mxGeometry height="50" relative="1" width="50" as="geometry">
            <Array as="points" />
            <mxPoint x="2484.5" y="330.5" as="sourcePoint" />
            <mxPoint x="2734.5" y="118.5" as="targetPoint" />
          </mxGeometry>
        </mxCell>
        <mxCell id="JJ5r-G0B8Q4r0N3CE9GI-23" edge="1" parent="1" source="JJ5r-G0B8Q4r0N3CE9GI-21" style="endArrow=none;html=1;rounded=0;exitX=0.5;exitY=0;exitDx=0;exitDy=0;entryX=0.75;entryY=1;entryDx=0;entryDy=0;strokeColor=light-dark(#000000,#1A1A1A);fontSize=22;" target="JJ5r-G0B8Q4r0N3CE9GI-15" value="">
          <mxGeometry height="50" relative="1" width="50" as="geometry">
            <Array as="points" />
            <mxPoint x="1212.5" y="598.5" as="sourcePoint" />
            <mxPoint x="1395.5" y="384.5" as="targetPoint" />
          </mxGeometry>
        </mxCell>
        <mxCell id="JJ5r-G0B8Q4r0N3CE9GI-26" edge="1" parent="1" style="curved=1;endArrow=none;html=1;rounded=1;strokeColor=light-dark(#000000,#1A1A1A);align=center;verticalAlign=middle;fontFamily=Helvetica;fontSize=22;fontColor=light-dark(#000000,#1A1A1A);labelBackgroundColor=default;edgeStyle=orthogonalEdgeStyle;endFill=0;" value="">
          <mxGeometry height="50" relative="1" width="50" as="geometry">
            <Array as="points">
              <mxPoint x="1262.5" y="458.5" />
              <mxPoint x="1282.5" y="458.5" />
            </Array>
            <mxPoint x="1262.5" y="448.5" as="sourcePoint" />
            <mxPoint x="1282.5" y="448.5" as="targetPoint" />
          </mxGeometry>
        </mxCell>
        <mxCell id="JJ5r-G0B8Q4r0N3CE9GI-27" edge="1" parent="1" style="curved=1;endArrow=none;html=1;rounded=1;strokeColor=light-dark(#000000,#1A1A1A);align=center;verticalAlign=middle;fontFamily=Helvetica;fontSize=22;fontColor=light-dark(#000000,#1A1A1A);labelBackgroundColor=default;edgeStyle=orthogonalEdgeStyle;endFill=0;" value="">
          <mxGeometry height="50" relative="1" width="50" as="geometry">
            <Array as="points">
              <mxPoint x="1525.5" y="458.5" />
              <mxPoint x="1545.5" y="458.5" />
            </Array>
            <mxPoint x="1525.5" y="448.5" as="sourcePoint" />
            <mxPoint x="1545.5" y="448.5" as="targetPoint" />
          </mxGeometry>
        </mxCell>
        <mxCell id="JJ5r-G0B8Q4r0N3CE9GI-35" parent="1" style="shape=rhombus;perimeter=rhombusPerimeter;whiteSpace=wrap;html=1;align=center;rounded=1;shadow=0;verticalAlign=middle;fontFamily=Helvetica;fontSize=22;fontStyle=1;fillColor=light-dark(#6A00FF,#FFCC99);strokeColor=light-dark(#3700CC,#1A1A1A);points=[[0,0,0,0,0],[0,1,0,0,0],[0.04,0.5,0,0,0],[0.5,0,0,0,0],[0.5,1,0,0,0],[0.96,0.5,0,0,0],[1,0,0,0,0],[1,1,0,0,0]];fontColor=#ffffff;" value="Reside" vertex="1">
          <mxGeometry height="60" width="134" x="1697.5" y="207" as="geometry" />
        </mxCell>
        <mxCell id="JJ5r-G0B8Q4r0N3CE9GI-36" parent="1" style="rounded=0;whiteSpace=wrap;html=1;fillColor=light-dark(#6A00FF,#99FFFF);strokeColor=light-dark(#3700CC,#1A1A1A);strokeWidth=2;fontStyle=1;fontColor=light-dark(#000000,#1A1A1A);fontSize=22;" value="Municipio" vertex="1">
          <mxGeometry height="30" width="127" x="2005.5" y="221.5" as="geometry" />
        </mxCell>
        <mxCell id="JJ5r-G0B8Q4r0N3CE9GI-37" edge="1" parent="1" source="JJ5r-G0B8Q4r0N3CE9GI-35" style="endArrow=none;html=1;rounded=0;exitX=0.04;exitY=0.5;exitDx=0;exitDy=0;strokeColor=light-dark(#000000,#1A1A1A);entryX=1;entryY=0.5;entryDx=0;entryDy=0;exitPerimeter=0;" target="JJ5r-G0B8Q4r0N3CE9GI-15" value="">
          <mxGeometry height="50" relative="1" width="50" as="geometry">
            <mxPoint x="1755.5" y="196.5" as="sourcePoint" />
            <mxPoint x="1600.5" y="259.5" as="targetPoint" />
          </mxGeometry>
        </mxCell>
        <mxCell id="JJ5r-G0B8Q4r0N3CE9GI-38" edge="1" parent="1" source="JJ5r-G0B8Q4r0N3CE9GI-36" style="endArrow=none;html=1;rounded=0;exitX=0;exitY=0.5;exitDx=0;exitDy=0;strokeColor=light-dark(#000000,#1A1A1A);entryX=0.96;entryY=0.5;entryDx=0;entryDy=0;entryPerimeter=0;" target="JJ5r-G0B8Q4r0N3CE9GI-35" value="">
          <mxGeometry height="50" relative="1" width="50" as="geometry">
            <mxPoint x="2195.5" y="126.5" as="sourcePoint" />
            <mxPoint x="2040.5" y="189.5" as="targetPoint" />
          </mxGeometry>
        </mxCell>
        <mxCell id="JJ5r-G0B8Q4r0N3CE9GI-64" parent="1" style="text;html=1;align=center;verticalAlign=middle;resizable=0;points=[];autosize=1;strokeColor=none;fillColor=none;fontFamily=Helvetica;fontSize=22;fontColor=light-dark(#000000,#1A1A1A);fontStyle=1;rounded=1;" value="(1,1)" vertex="1">
          <mxGeometry height="38" width="63" x="1949" y="204" as="geometry" />
        </mxCell>
        <mxCell id="JJ5r-G0B8Q4r0N3CE9GI-65" parent="1" style="text;html=1;align=center;verticalAlign=middle;resizable=0;points=[];autosize=1;strokeColor=none;fillColor=none;fontFamily=Helvetica;fontSize=22;fontColor=light-dark(#000000,#1A1A1A);fontStyle=1;rounded=1;" value="(0,*)" vertex="1">
          <mxGeometry height="38" width="60" x="1524" y="204" as="geometry" />
        </mxCell>
      </root>
    </mxGraphModel>
  </diagram>
</mxfile>
